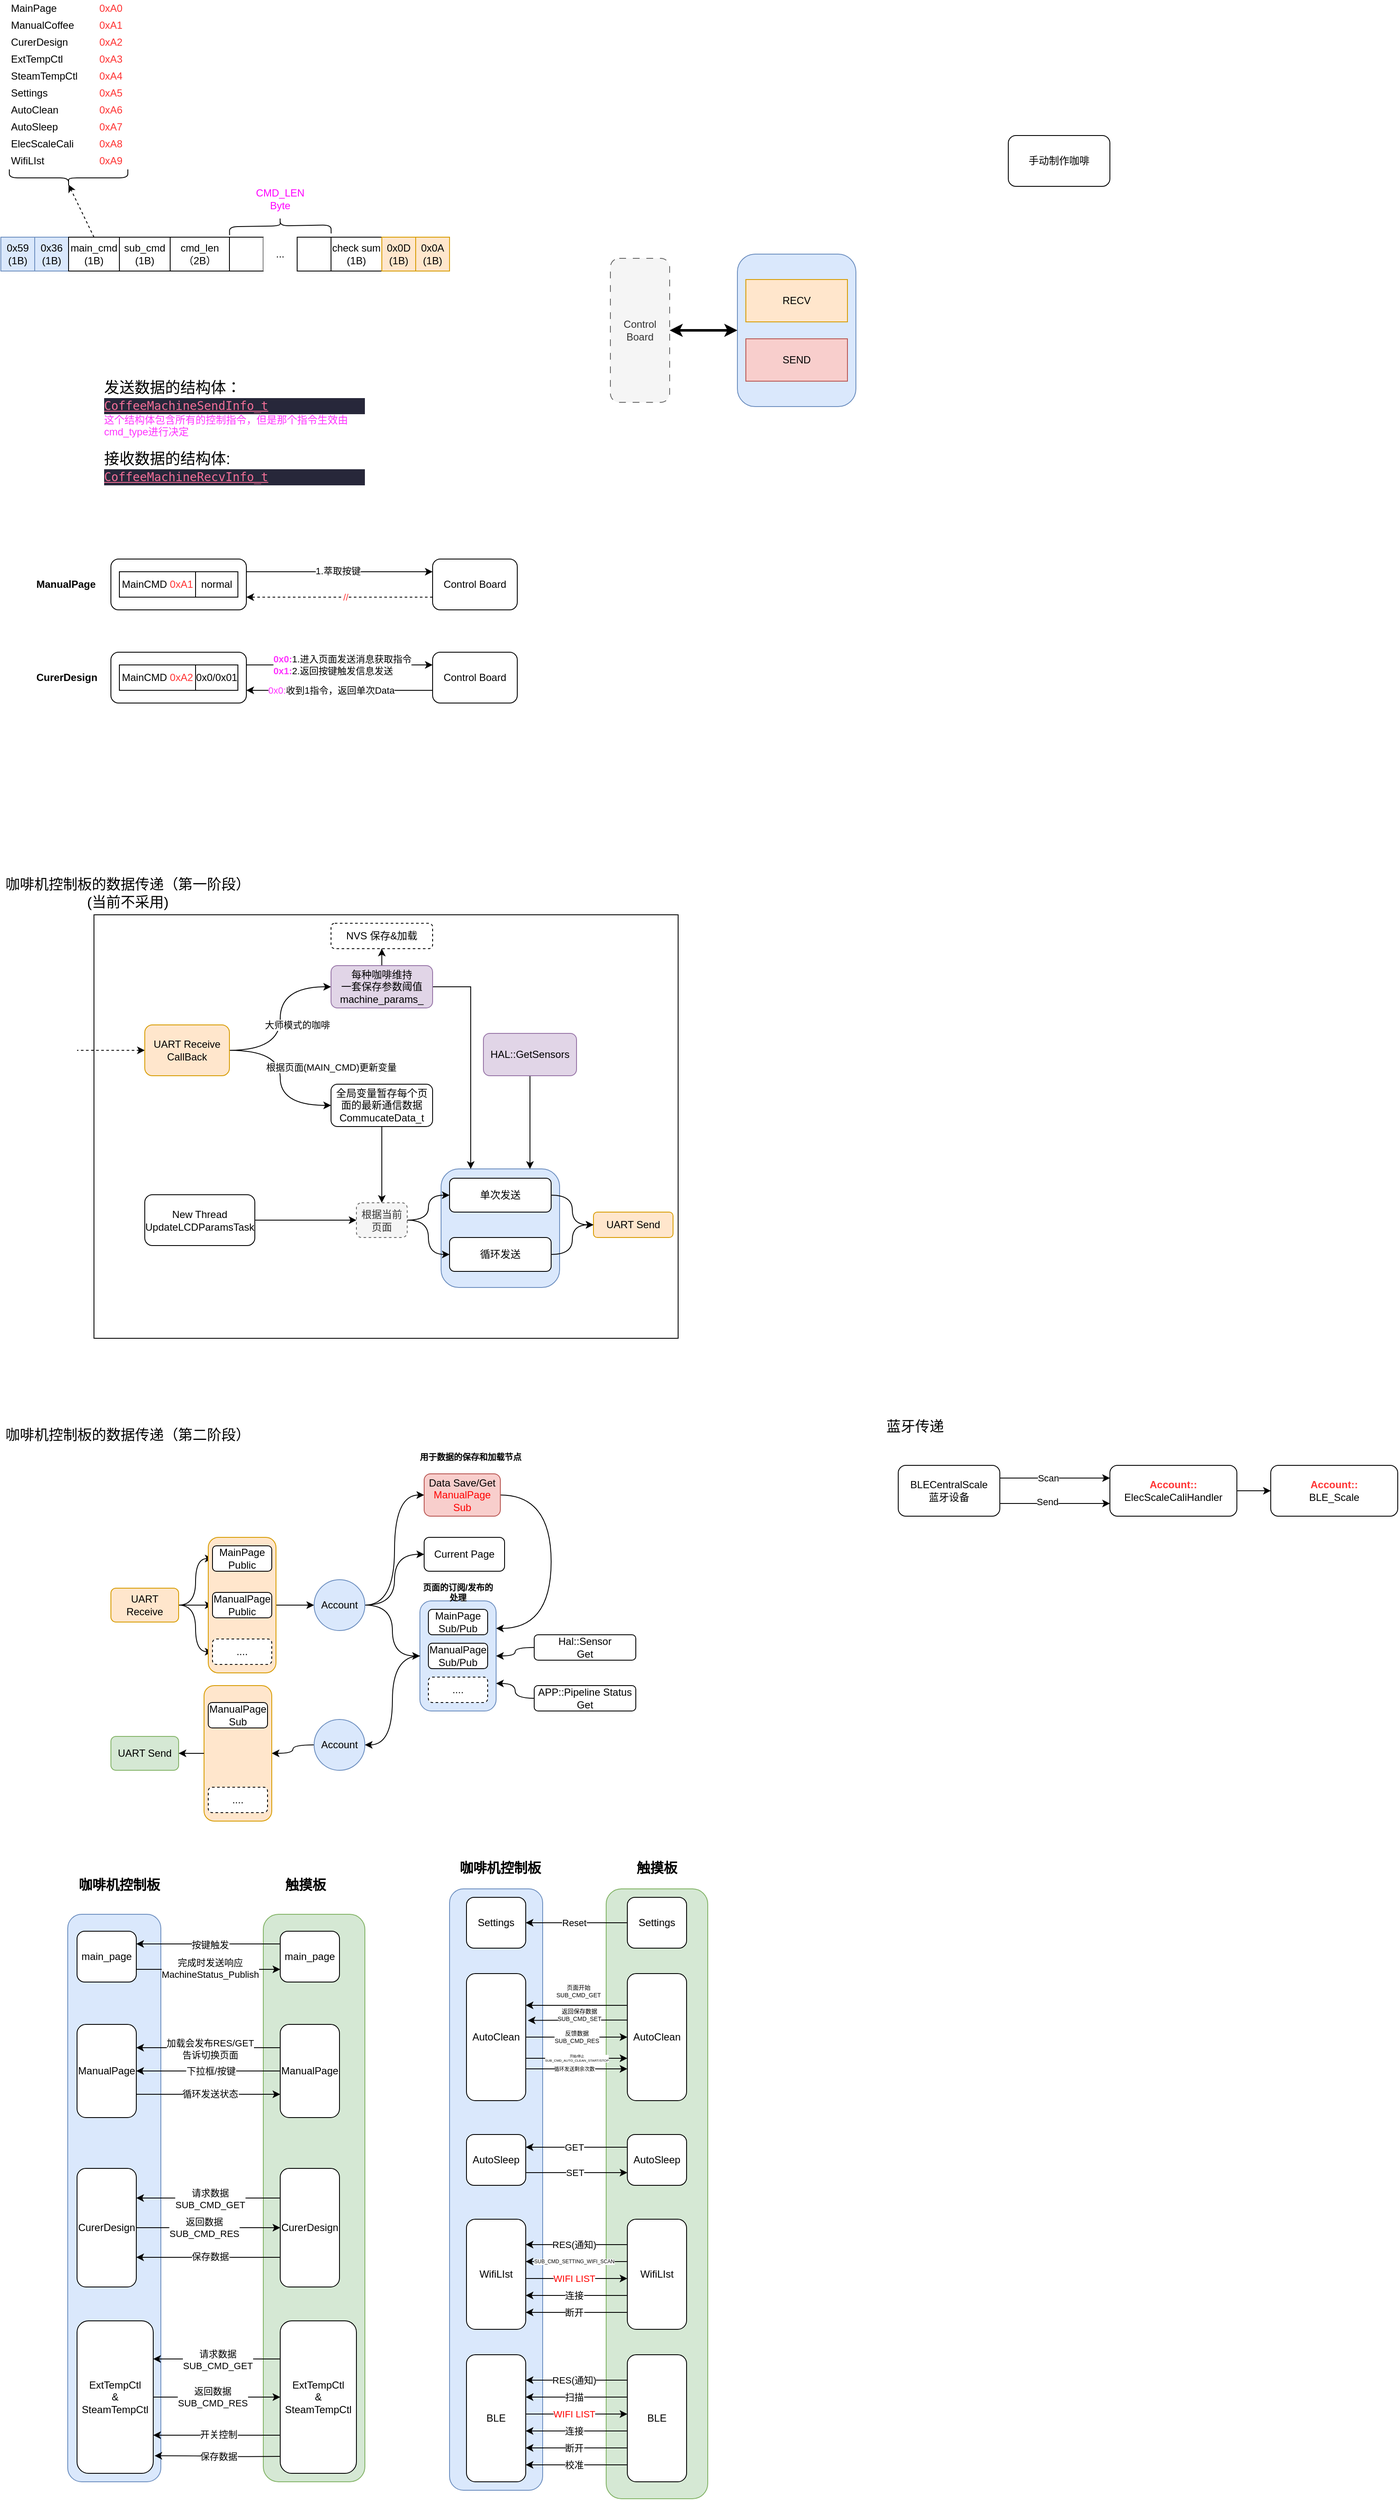
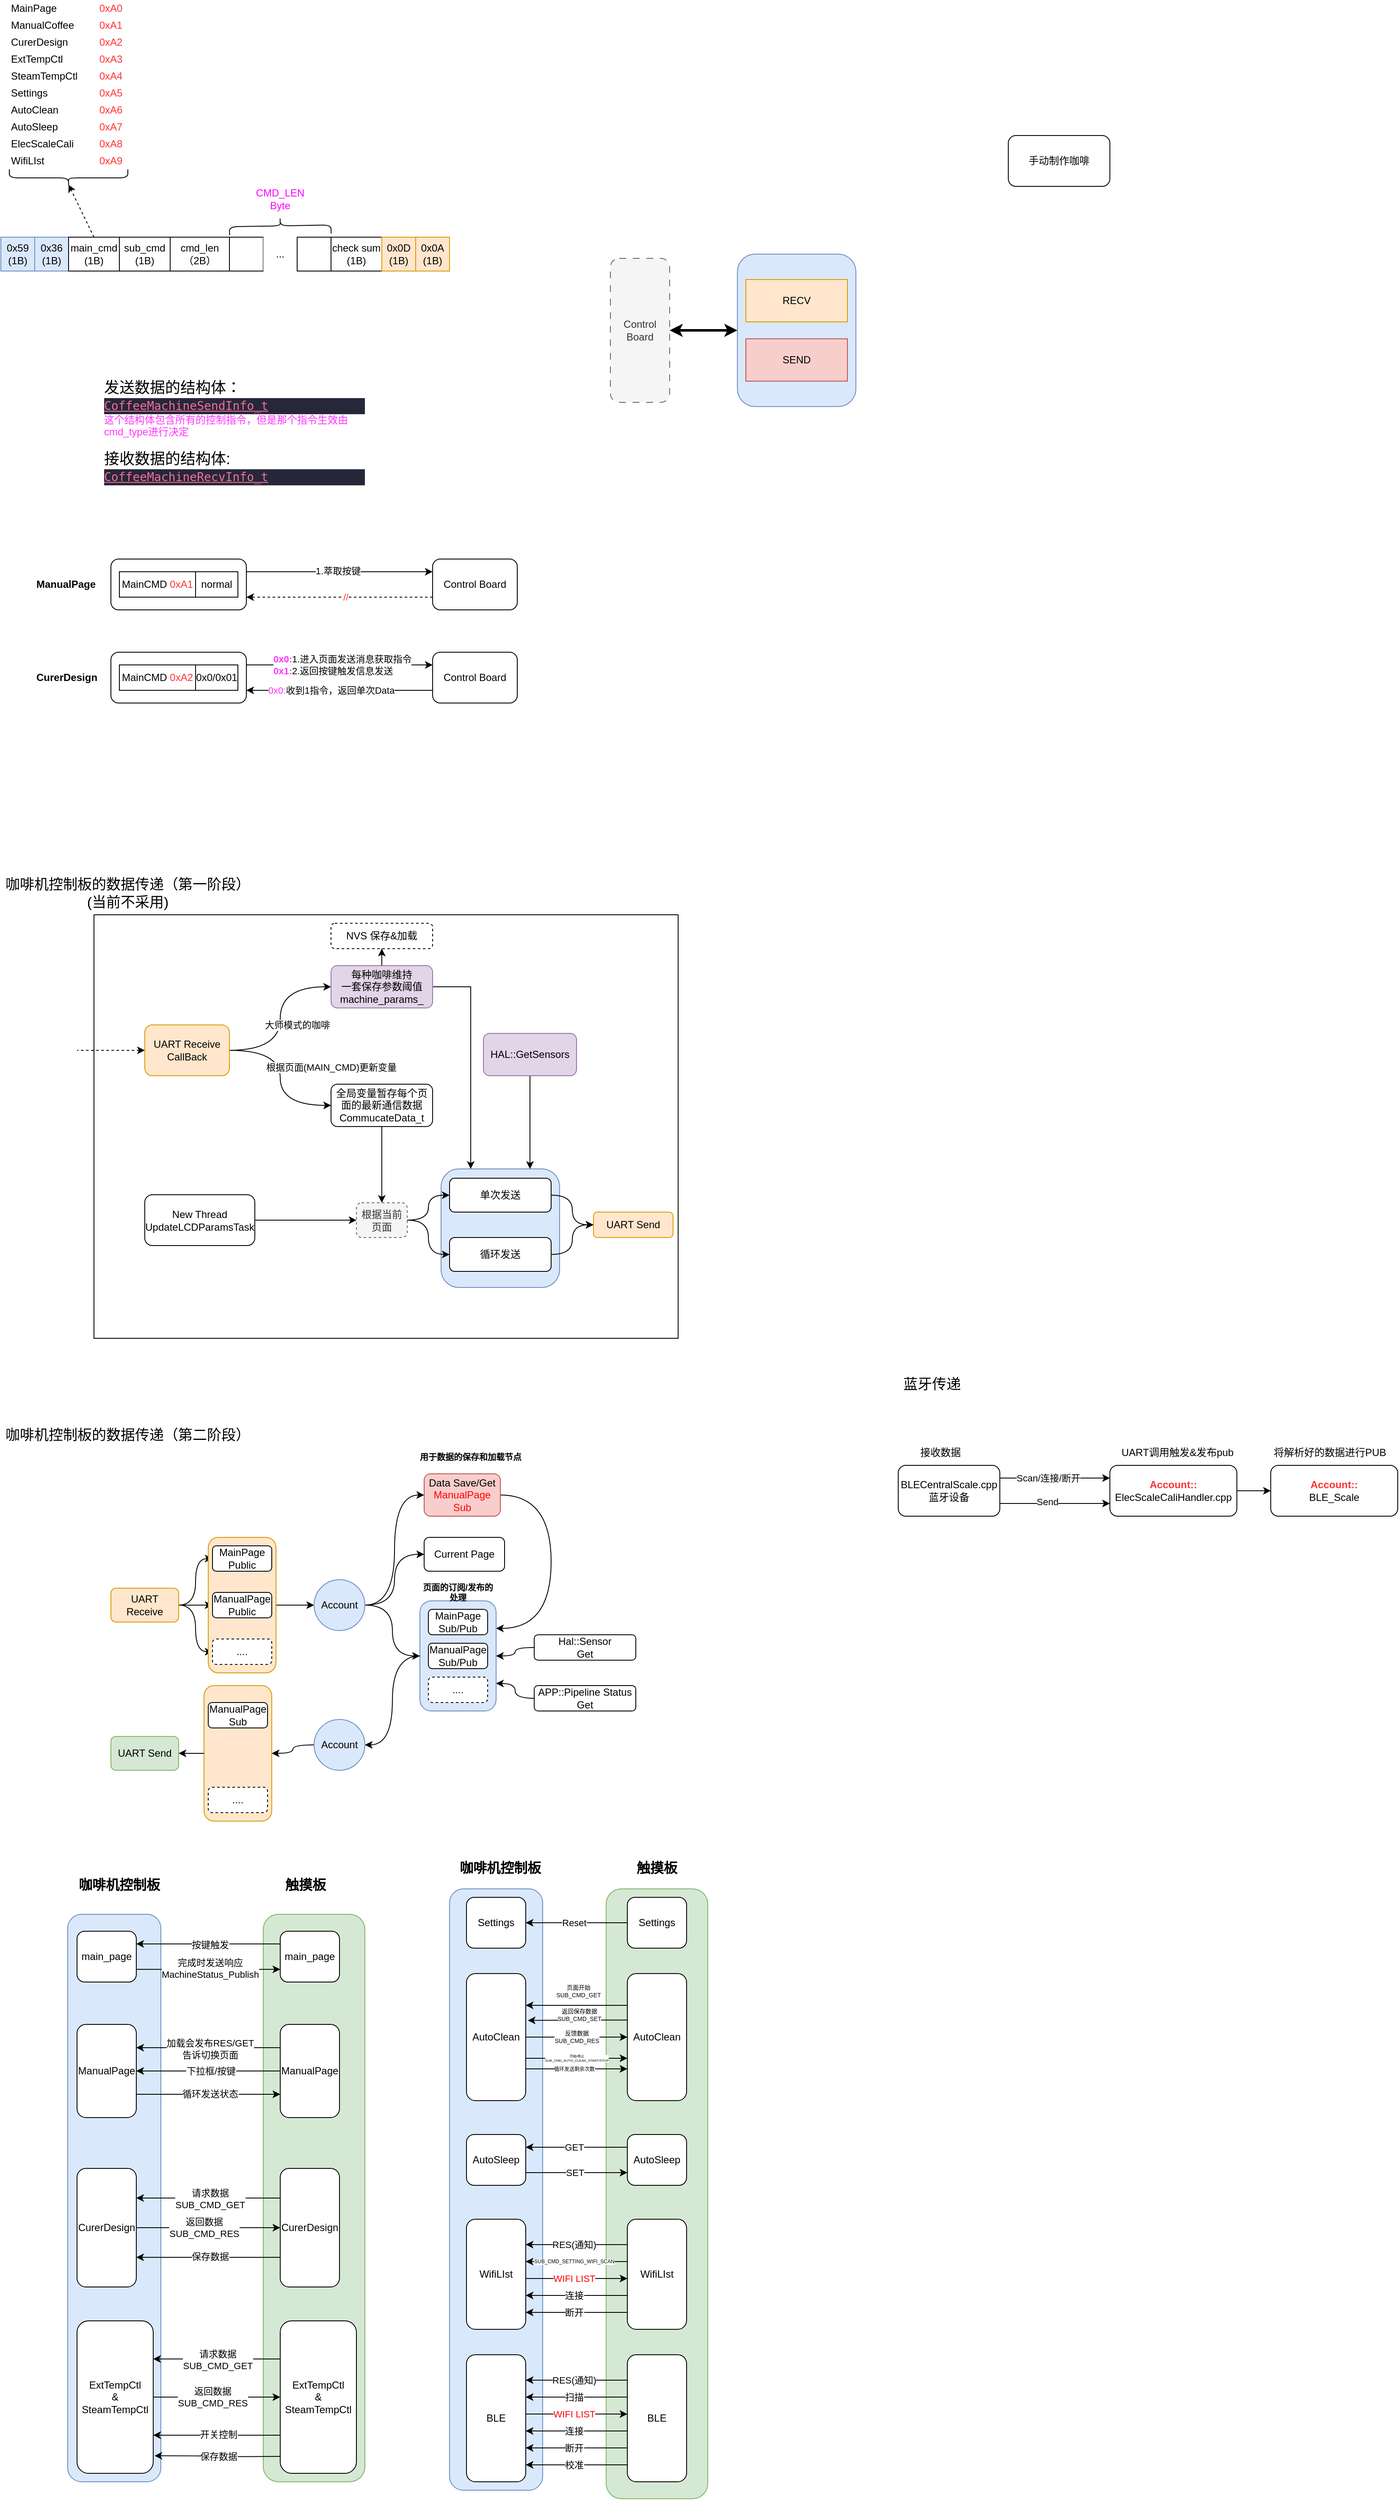
<mxfile host="app.diagrams.net" agent="Mozilla/5.0 (X11; Linux x86_64) AppleWebKit/537.36 (KHTML, like Gecko) Chrome/140.0.0.0 Safari/537.36" version="29.6.0">
  <diagram name="第 1 页" id="YS_H6mL25fh3fKIpdfkU">
-     <mxGraphModel dx="1141" dy="633" grid="1" gridSize="10" guides="1" tooltips="1" connect="1" arrows="1" fold="1" page="1" pageScale="1" pageWidth="2339" pageHeight="3300" math="0" shadow="0">
+     <mxGraphModel dx="663" dy="368" grid="1" gridSize="10" guides="1" tooltips="1" connect="1" arrows="1" fold="1" page="1" pageScale="1" pageWidth="2339" pageHeight="3300" math="0" shadow="0">
      <root>
        <mxCell id="0" />
        <mxCell id="1" parent="0" />
        <mxCell id="So0UA55S36cV1F2LpzZS-79" parent="1" style="rounded=1;whiteSpace=wrap;html=1;fillColor=#dae8fc;strokeColor=#6c8ebf;" value="" vertex="1">
          <mxGeometry height="710" width="110" x="540" y="2430" as="geometry" />
        </mxCell>
        <mxCell id="So0UA55S36cV1F2LpzZS-78" parent="1" style="rounded=1;whiteSpace=wrap;html=1;fillColor=#d5e8d4;strokeColor=#82b366;" value="" vertex="1">
          <mxGeometry height="720" width="120" x="725" y="2430" as="geometry" />
        </mxCell>
        <mxCell id="So0UA55S36cV1F2LpzZS-27" parent="1" style="rounded=1;whiteSpace=wrap;html=1;fillColor=#d5e8d4;strokeColor=#82b366;" value="" vertex="1">
          <mxGeometry height="670" width="120" x="320" y="2460" as="geometry" />
        </mxCell>
        <mxCell id="So0UA55S36cV1F2LpzZS-26" parent="1" style="rounded=1;whiteSpace=wrap;html=1;fillColor=#dae8fc;strokeColor=#6c8ebf;" value="" vertex="1">
          <mxGeometry height="670" width="110" x="89" y="2460" as="geometry" />
        </mxCell>
        <mxCell id="2UAaex6_is9iRHGtf3RM-1" parent="1" style="rounded=0;whiteSpace=wrap;html=1;" value="" vertex="1">
          <mxGeometry height="500" width="690" x="120" y="1280" as="geometry" />
        </mxCell>
        <mxCell id="QHgMQiRaE8kp91t9TFko-46" edge="1" parent="1" source="QHgMQiRaE8kp91t9TFko-44" style="edgeStyle=orthogonalEdgeStyle;curved=1;rounded=0;orthogonalLoop=1;jettySize=auto;html=1;exitX=1;exitY=0.5;exitDx=0;exitDy=0;entryX=0;entryY=0.5;entryDx=0;entryDy=0;" target="QHgMQiRaE8kp91t9TFko-20">
          <mxGeometry relative="1" as="geometry" />
        </mxCell>
        <mxCell id="QHgMQiRaE8kp91t9TFko-8" parent="1" style="rounded=1;whiteSpace=wrap;html=1;fillColor=#dae8fc;strokeColor=#6c8ebf;" value="" vertex="1">
          <mxGeometry height="140" width="140" x="530" y="1580" as="geometry" />
        </mxCell>
        <mxCell id="LW7SI0gk3JkEk94tFt96-5" edge="1" parent="1" source="LW7SI0gk3JkEk94tFt96-3" style="edgeStyle=orthogonalEdgeStyle;rounded=0;orthogonalLoop=1;jettySize=auto;html=1;exitX=1;exitY=0.25;exitDx=0;exitDy=0;entryX=0;entryY=0.25;entryDx=0;entryDy=0;" target="LW7SI0gk3JkEk94tFt96-4">
          <mxGeometry relative="1" as="geometry" />
        </mxCell>
        <mxCell id="LW7SI0gk3JkEk94tFt96-7" connectable="0" parent="LW7SI0gk3JkEk94tFt96-5" style="edgeLabel;html=1;align=center;verticalAlign=middle;resizable=0;points=[];" value="1.萃取按键" vertex="1">
          <mxGeometry relative="1" x="-0.0226" y="1" as="geometry">
            <mxPoint as="offset" />
          </mxGeometry>
        </mxCell>
        <mxCell id="LW7SI0gk3JkEk94tFt96-3" parent="1" style="rounded=1;whiteSpace=wrap;html=1;" value="" vertex="1">
          <mxGeometry height="60" width="160" x="140" y="860" as="geometry" />
        </mxCell>
        <mxCell id="E0zu7Y5M0wVkiJI-4bCJ-4" parent="1" style="rounded=1;whiteSpace=wrap;html=1;fillColor=#dae8fc;strokeColor=#6c8ebf;" value="" vertex="1">
          <mxGeometry height="180" width="140" x="880" y="500" as="geometry" />
        </mxCell>
        <mxCell id="ZfkO5bAba6AxOlsboeHB-1" parent="1" style="rounded=0;whiteSpace=wrap;html=1;fillColor=#dae8fc;strokeColor=#6c8ebf;" value="0x59&lt;br&gt;(1B)" vertex="1">
          <mxGeometry height="40" width="40" x="10" y="480" as="geometry" />
        </mxCell>
        <mxCell id="ZfkO5bAba6AxOlsboeHB-2" parent="1" style="rounded=0;whiteSpace=wrap;html=1;fillColor=#dae8fc;strokeColor=#6c8ebf;" value="0x36&lt;br&gt;(1B)" vertex="1">
          <mxGeometry height="40" width="40" x="50" y="480" as="geometry" />
        </mxCell>
        <mxCell id="ZfkO5bAba6AxOlsboeHB-3" parent="1" style="rounded=0;whiteSpace=wrap;html=1;" value="cmd_len&lt;br&gt;（2B）" vertex="1">
          <mxGeometry height="40" width="70" x="210" y="480" as="geometry" />
        </mxCell>
        <mxCell id="wmODB4DJ2BbZmpBUl9iy-1" parent="1" style="rounded=0;whiteSpace=wrap;html=1;" value="sub_cmd&lt;br&gt;(1B)" vertex="1">
          <mxGeometry height="40" width="60" x="150" y="480" as="geometry" />
        </mxCell>
        <mxCell id="wmODB4DJ2BbZmpBUl9iy-3" parent="1" style="rounded=0;whiteSpace=wrap;html=1;" value="" vertex="1">
          <mxGeometry height="40" width="40" x="280" y="480" as="geometry" />
        </mxCell>
        <mxCell id="wmODB4DJ2BbZmpBUl9iy-4" parent="1" style="rounded=0;whiteSpace=wrap;html=1;gradientColor=none;strokeColor=none;" value="..." vertex="1">
          <mxGeometry height="40" width="40" x="320" y="480" as="geometry" />
        </mxCell>
        <mxCell id="wmODB4DJ2BbZmpBUl9iy-5" parent="1" style="rounded=0;whiteSpace=wrap;html=1;" value="" vertex="1">
          <mxGeometry height="40" width="40" x="360" y="480" as="geometry" />
        </mxCell>
        <mxCell id="wmODB4DJ2BbZmpBUl9iy-6" parent="1" style="rounded=0;whiteSpace=wrap;html=1;" value="check sum&lt;br&gt;(1B)" vertex="1">
          <mxGeometry height="40" width="60" x="400" y="480" as="geometry" />
        </mxCell>
        <mxCell id="wmODB4DJ2BbZmpBUl9iy-7" parent="1" style="shape=curlyBracket;whiteSpace=wrap;html=1;rounded=1;labelPosition=left;verticalLabelPosition=middle;align=right;verticalAlign=middle;rotation=89;" value="" vertex="1">
          <mxGeometry height="120" width="20" x="330" y="406.65" as="geometry" />
        </mxCell>
        <mxCell id="wmODB4DJ2BbZmpBUl9iy-8" parent="1" style="text;html=1;whiteSpace=wrap;strokeColor=none;fillColor=none;align=center;verticalAlign=middle;rounded=0;fontColor=#FF00FF;" value="CMD_LEN Byte" vertex="1">
          <mxGeometry height="30" width="60" x="310" y="420" as="geometry" />
        </mxCell>
        <mxCell id="wmODB4DJ2BbZmpBUl9iy-9" parent="1" style="rounded=0;whiteSpace=wrap;html=1;fillColor=#ffe6cc;strokeColor=#d79b00;" value="0x0D&lt;br&gt;(1B)" vertex="1">
          <mxGeometry height="40" width="40" x="460" y="480" as="geometry" />
        </mxCell>
        <mxCell id="wmODB4DJ2BbZmpBUl9iy-10" parent="1" style="rounded=0;whiteSpace=wrap;html=1;fillColor=#ffe6cc;strokeColor=#d79b00;" value="0x0A&lt;br&gt;(1B)" vertex="1">
          <mxGeometry height="40" width="40" x="500" y="480" as="geometry" />
        </mxCell>
        <mxCell id="E0zu7Y5M0wVkiJI-4bCJ-1" parent="1" style="text;html=1;whiteSpace=wrap;strokeColor=none;fillColor=none;align=left;verticalAlign=middle;rounded=0;" value="&lt;font style=&quot;font-size: 18px;&quot;&gt;发送数据的结构体：&lt;/font&gt;&lt;br&gt;&lt;div style=&quot;color: rgb(252, 246, 255); background-color: rgb(39, 39, 58); font-family: &amp;quot;Droid Sans Mono&amp;quot;, &amp;quot;monospace&amp;quot;, monospace; font-size: 14px; line-height: 19px; white-space: pre;&quot;&gt;&lt;span style=&quot;color: rgb(243, 111, 152); text-decoration-line: underline;&quot;&gt;CoffeeMachineSendInfo_t&lt;/span&gt;&lt;/div&gt;&lt;font style=&quot;color: rgb(255, 51, 255);&quot;&gt;这个结构体包含所有的控制指令，但是那个指令生效由cmd_type进行决定&lt;/font&gt;&lt;br&gt;&lt;br&gt;&lt;font style=&quot;font-size: 18px;&quot;&gt;接收数据的结构体:&lt;/font&gt;&lt;br&gt;&lt;div style=&quot;color: rgb(252, 246, 255); background-color: rgb(39, 39, 58); font-family: &amp;quot;Droid Sans Mono&amp;quot;, &amp;quot;monospace&amp;quot;, monospace; font-size: 14px; line-height: 19px; white-space: pre;&quot;&gt;&lt;span style=&quot;color: rgb(243, 111, 152); text-decoration-line: underline;&quot;&gt;CoffeeMachineRecvInfo_t&lt;/span&gt;&lt;/div&gt;" vertex="1">
          <mxGeometry height="200" width="310" x="130" y="610" as="geometry" />
        </mxCell>
        <mxCell id="E0zu7Y5M0wVkiJI-4bCJ-2" parent="1" style="rounded=0;whiteSpace=wrap;html=1;fillColor=#ffe6cc;strokeColor=#d79b00;" value="RECV" vertex="1">
          <mxGeometry height="50" width="120" x="890" y="530" as="geometry" />
        </mxCell>
        <mxCell id="E0zu7Y5M0wVkiJI-4bCJ-3" parent="1" style="rounded=0;whiteSpace=wrap;html=1;fillColor=#f8cecc;strokeColor=#b85450;" value="SEND" vertex="1">
          <mxGeometry height="50" width="120" x="890" y="600" as="geometry" />
        </mxCell>
        <mxCell id="E0zu7Y5M0wVkiJI-4bCJ-6" edge="1" parent="1" source="E0zu7Y5M0wVkiJI-4bCJ-5" style="edgeStyle=orthogonalEdgeStyle;rounded=0;orthogonalLoop=1;jettySize=auto;html=1;exitX=1;exitY=0.5;exitDx=0;exitDy=0;entryX=0;entryY=0.5;entryDx=0;entryDy=0;startArrow=classic;startFill=1;strokeWidth=3;" target="E0zu7Y5M0wVkiJI-4bCJ-4">
          <mxGeometry relative="1" as="geometry" />
        </mxCell>
        <mxCell id="E0zu7Y5M0wVkiJI-4bCJ-5" parent="1" style="rounded=1;whiteSpace=wrap;html=1;rotation=0;dashed=1;dashPattern=8 8;fillColor=#f5f5f5;fontColor=#333333;strokeColor=#666666;" value="Control Board" vertex="1">
          <mxGeometry height="170" width="70" x="730" y="505" as="geometry" />
        </mxCell>
        <mxCell id="E0zu7Y5M0wVkiJI-4bCJ-7" parent="1" style="rounded=1;whiteSpace=wrap;html=1;" value="手动制作咖啡" vertex="1">
          <mxGeometry height="60" width="120" x="1200" y="360" as="geometry" />
        </mxCell>
        <mxCell id="E0zu7Y5M0wVkiJI-4bCJ-13" parent="1" style="rounded=0;whiteSpace=wrap;html=1;" value="main_cmd&lt;br&gt;(1B)" vertex="1">
          <mxGeometry height="40" width="60" x="90" y="480" as="geometry" />
        </mxCell>
        <mxCell id="E0zu7Y5M0wVkiJI-4bCJ-14" parent="1" style="text;html=1;whiteSpace=wrap;strokeColor=none;fillColor=none;align=left;verticalAlign=middle;rounded=0;" value="MainPage" vertex="1">
          <mxGeometry height="20" width="60" x="20" y="200" as="geometry" />
        </mxCell>
        <mxCell id="E0zu7Y5M0wVkiJI-4bCJ-15" parent="1" style="text;html=1;whiteSpace=wrap;strokeColor=none;fillColor=none;align=left;verticalAlign=middle;rounded=0;" value="ManualCoffee" vertex="1">
          <mxGeometry height="20" width="80" x="20" y="220" as="geometry" />
        </mxCell>
        <mxCell id="E0zu7Y5M0wVkiJI-4bCJ-16" parent="1" style="text;html=1;whiteSpace=wrap;strokeColor=none;fillColor=none;align=left;verticalAlign=middle;rounded=0;" value="CurerDesign" vertex="1">
          <mxGeometry height="20" width="70" x="20" y="240" as="geometry" />
        </mxCell>
        <mxCell id="E0zu7Y5M0wVkiJI-4bCJ-17" parent="1" style="text;html=1;whiteSpace=wrap;strokeColor=none;fillColor=none;align=left;verticalAlign=middle;rounded=0;" value="ExtTempCtl" vertex="1">
          <mxGeometry height="20" width="70" x="20" y="260" as="geometry" />
        </mxCell>
        <mxCell id="E0zu7Y5M0wVkiJI-4bCJ-18" parent="1" style="text;html=1;whiteSpace=wrap;strokeColor=none;fillColor=none;align=left;verticalAlign=middle;rounded=0;" value="SteamTempCtl" vertex="1">
          <mxGeometry height="20" width="80" x="20" y="280" as="geometry" />
        </mxCell>
        <mxCell id="E0zu7Y5M0wVkiJI-4bCJ-19" parent="1" style="text;html=1;whiteSpace=wrap;strokeColor=none;fillColor=none;align=left;verticalAlign=middle;rounded=0;" value="Settings" vertex="1">
          <mxGeometry height="20" width="80" x="20" y="300" as="geometry" />
        </mxCell>
        <mxCell id="E0zu7Y5M0wVkiJI-4bCJ-20" parent="1" style="text;html=1;whiteSpace=wrap;strokeColor=none;fillColor=none;align=left;verticalAlign=middle;rounded=0;" value="AutoClean" vertex="1">
          <mxGeometry height="20" width="80" x="20" y="320" as="geometry" />
        </mxCell>
        <mxCell id="E0zu7Y5M0wVkiJI-4bCJ-21" parent="1" style="text;html=1;whiteSpace=wrap;strokeColor=none;fillColor=none;align=left;verticalAlign=middle;rounded=0;" value="AutoSleep" vertex="1">
          <mxGeometry height="20" width="80" x="20" y="340" as="geometry" />
        </mxCell>
        <mxCell id="E0zu7Y5M0wVkiJI-4bCJ-22" parent="1" style="text;html=1;whiteSpace=wrap;strokeColor=none;fillColor=none;align=left;verticalAlign=middle;rounded=0;" value="WifiLIst" vertex="1">
          <mxGeometry height="20" width="80" x="20" y="380" as="geometry" />
        </mxCell>
        <mxCell id="E0zu7Y5M0wVkiJI-4bCJ-23" parent="1" style="text;html=1;whiteSpace=wrap;strokeColor=none;fillColor=none;align=left;verticalAlign=middle;rounded=0;" value="ElecScaleCali" vertex="1">
          <mxGeometry height="20" width="80" x="20" y="360" as="geometry" />
        </mxCell>
        <mxCell id="E0zu7Y5M0wVkiJI-4bCJ-24" parent="1" style="text;html=1;whiteSpace=wrap;strokeColor=none;fillColor=none;align=center;verticalAlign=middle;rounded=0;fontColor=#FF3333;" value="0xA0" vertex="1">
          <mxGeometry height="15" width="60" x="110" y="202.5" as="geometry" />
        </mxCell>
        <mxCell id="E0zu7Y5M0wVkiJI-4bCJ-25" parent="1" style="text;html=1;whiteSpace=wrap;strokeColor=none;fillColor=none;align=center;verticalAlign=middle;rounded=0;fontColor=#FF3333;" value="0xA1" vertex="1">
          <mxGeometry height="15" width="60" x="110" y="222.5" as="geometry" />
        </mxCell>
        <mxCell id="E0zu7Y5M0wVkiJI-4bCJ-26" parent="1" style="text;html=1;whiteSpace=wrap;strokeColor=none;fillColor=none;align=center;verticalAlign=middle;rounded=0;fontColor=#FF3333;" value="0xA2" vertex="1">
          <mxGeometry height="15" width="60" x="110" y="242.5" as="geometry" />
        </mxCell>
        <mxCell id="E0zu7Y5M0wVkiJI-4bCJ-27" parent="1" style="text;html=1;whiteSpace=wrap;strokeColor=none;fillColor=none;align=center;verticalAlign=middle;rounded=0;fontColor=#FF3333;" value="0xA3" vertex="1">
          <mxGeometry height="15" width="60" x="110" y="262.5" as="geometry" />
        </mxCell>
        <mxCell id="E0zu7Y5M0wVkiJI-4bCJ-28" parent="1" style="text;html=1;whiteSpace=wrap;strokeColor=none;fillColor=none;align=center;verticalAlign=middle;rounded=0;fontColor=#FF3333;" value="0xA4" vertex="1">
          <mxGeometry height="15" width="60" x="110" y="282.5" as="geometry" />
        </mxCell>
        <mxCell id="E0zu7Y5M0wVkiJI-4bCJ-29" parent="1" style="text;html=1;whiteSpace=wrap;strokeColor=none;fillColor=none;align=center;verticalAlign=middle;rounded=0;fontColor=#FF3333;" value="0xA5" vertex="1">
          <mxGeometry height="15" width="60" x="110" y="302.5" as="geometry" />
        </mxCell>
        <mxCell id="E0zu7Y5M0wVkiJI-4bCJ-30" parent="1" style="text;html=1;whiteSpace=wrap;strokeColor=none;fillColor=none;align=center;verticalAlign=middle;rounded=0;fontColor=#FF3333;" value="0xA6" vertex="1">
          <mxGeometry height="15" width="60" x="110" y="322.5" as="geometry" />
        </mxCell>
        <mxCell id="E0zu7Y5M0wVkiJI-4bCJ-31" parent="1" style="text;html=1;whiteSpace=wrap;strokeColor=none;fillColor=none;align=center;verticalAlign=middle;rounded=0;fontColor=#FF3333;" value="0xA7" vertex="1">
          <mxGeometry height="15" width="60" x="110" y="342.5" as="geometry" />
        </mxCell>
        <mxCell id="E0zu7Y5M0wVkiJI-4bCJ-32" parent="1" style="text;html=1;whiteSpace=wrap;strokeColor=none;fillColor=none;align=center;verticalAlign=middle;rounded=0;fontColor=#FF3333;" value="0xA8" vertex="1">
          <mxGeometry height="15" width="60" x="110" y="362.5" as="geometry" />
        </mxCell>
        <mxCell id="E0zu7Y5M0wVkiJI-4bCJ-33" parent="1" style="text;html=1;whiteSpace=wrap;strokeColor=none;fillColor=none;align=center;verticalAlign=middle;rounded=0;fontColor=#FF3333;" value="0xA9" vertex="1">
          <mxGeometry height="15" width="60" x="110" y="382.5" as="geometry" />
        </mxCell>
        <mxCell id="E0zu7Y5M0wVkiJI-4bCJ-34" parent="1" style="shape=curlyBracket;whiteSpace=wrap;html=1;rounded=1;labelPosition=left;verticalLabelPosition=middle;align=right;verticalAlign=middle;rotation=-90;" value="" vertex="1">
          <mxGeometry height="140" width="20" x="80" y="340" as="geometry" />
        </mxCell>
        <mxCell id="E0zu7Y5M0wVkiJI-4bCJ-36" edge="1" parent="1" source="E0zu7Y5M0wVkiJI-4bCJ-13" style="rounded=0;orthogonalLoop=1;jettySize=auto;html=1;exitX=0.5;exitY=0;exitDx=0;exitDy=0;entryX=0.1;entryY=0.5;entryDx=0;entryDy=0;entryPerimeter=0;dashed=1;" target="E0zu7Y5M0wVkiJI-4bCJ-34">
          <mxGeometry relative="1" as="geometry" />
        </mxCell>
        <mxCell id="E0zu7Y5M0wVkiJI-4bCJ-37" parent="1" style="text;html=1;whiteSpace=wrap;strokeColor=none;fillColor=none;align=left;verticalAlign=middle;rounded=0;fontStyle=1" value="ManualPage" vertex="1">
          <mxGeometry height="20" width="60" x="50" y="880" as="geometry" />
        </mxCell>
        <mxCell id="LW7SI0gk3JkEk94tFt96-1" parent="1" style="rounded=0;whiteSpace=wrap;html=1;" value="&lt;span style=&quot;text-align: left;&quot;&gt;MainCMD&amp;nbsp;&lt;/span&gt;&lt;span style=&quot;color: rgb(255, 51, 51);&quot;&gt;0xA1&lt;/span&gt;" vertex="1">
          <mxGeometry height="30" width="90" x="150" y="875" as="geometry" />
        </mxCell>
        <mxCell id="LW7SI0gk3JkEk94tFt96-2" parent="1" style="rounded=0;whiteSpace=wrap;html=1;" value="&lt;div style=&quot;text-align: left;&quot;&gt;normal&lt;/div&gt;" vertex="1">
          <mxGeometry height="30" width="50" x="240" y="875" as="geometry" />
        </mxCell>
        <mxCell id="LW7SI0gk3JkEk94tFt96-6" edge="1" parent="1" source="LW7SI0gk3JkEk94tFt96-4" style="edgeStyle=orthogonalEdgeStyle;rounded=0;orthogonalLoop=1;jettySize=auto;html=1;exitX=0;exitY=0.75;exitDx=0;exitDy=0;entryX=1;entryY=0.75;entryDx=0;entryDy=0;dashed=1;" target="LW7SI0gk3JkEk94tFt96-3">
          <mxGeometry relative="1" as="geometry" />
        </mxCell>
        <mxCell id="LW7SI0gk3JkEk94tFt96-8" connectable="0" parent="LW7SI0gk3JkEk94tFt96-6" style="edgeLabel;html=1;align=center;verticalAlign=middle;resizable=0;points=[];" value="&lt;font style=&quot;color: rgb(255, 51, 51);&quot;&gt;//&lt;/font&gt;" vertex="1">
          <mxGeometry relative="1" x="-0.0607" as="geometry">
            <mxPoint as="offset" />
          </mxGeometry>
        </mxCell>
        <mxCell id="LW7SI0gk3JkEk94tFt96-4" parent="1" style="rounded=1;whiteSpace=wrap;html=1;" value="Control Board" vertex="1">
          <mxGeometry height="60" width="100" x="520" y="860" as="geometry" />
        </mxCell>
        <mxCell id="LW7SI0gk3JkEk94tFt96-9" edge="1" parent="1" source="LW7SI0gk3JkEk94tFt96-11" style="edgeStyle=orthogonalEdgeStyle;rounded=0;orthogonalLoop=1;jettySize=auto;html=1;exitX=1;exitY=0.25;exitDx=0;exitDy=0;entryX=0;entryY=0.25;entryDx=0;entryDy=0;" target="LW7SI0gk3JkEk94tFt96-17">
          <mxGeometry relative="1" as="geometry" />
        </mxCell>
        <mxCell id="LW7SI0gk3JkEk94tFt96-10" connectable="0" parent="LW7SI0gk3JkEk94tFt96-9" style="edgeLabel;html=1;align=left;verticalAlign=middle;resizable=0;points=[];" value="&lt;b&gt;&lt;font style=&quot;color: rgb(255, 51, 255);&quot;&gt;0x0:&lt;/font&gt;&lt;/b&gt;1.进入页面发送消息获取指令&lt;br&gt;&lt;b&gt;&lt;font style=&quot;color: rgb(255, 51, 255);&quot;&gt;0x1:&lt;/font&gt;&lt;/b&gt;2.返回按键触发信息发送" vertex="1">
          <mxGeometry relative="1" x="-0.0226" y="1" as="geometry">
            <mxPoint x="-78" y="1" as="offset" />
          </mxGeometry>
        </mxCell>
        <mxCell id="LW7SI0gk3JkEk94tFt96-11" parent="1" style="rounded=1;whiteSpace=wrap;html=1;" value="" vertex="1">
          <mxGeometry height="60" width="160" x="140" y="970" as="geometry" />
        </mxCell>
        <mxCell id="LW7SI0gk3JkEk94tFt96-12" parent="1" style="text;html=1;whiteSpace=wrap;strokeColor=none;fillColor=none;align=left;verticalAlign=middle;rounded=0;fontStyle=1" value="CurerDesign" vertex="1">
          <mxGeometry height="20" width="60" x="50" y="990" as="geometry" />
        </mxCell>
        <mxCell id="LW7SI0gk3JkEk94tFt96-13" parent="1" style="rounded=0;whiteSpace=wrap;html=1;" value="&lt;span style=&quot;text-align: left;&quot;&gt;MainCMD&amp;nbsp;&lt;/span&gt;&lt;span style=&quot;color: rgb(255, 51, 51);&quot;&gt;0xA2&lt;/span&gt;" vertex="1">
          <mxGeometry height="30" width="90" x="150" y="985" as="geometry" />
        </mxCell>
        <mxCell id="LW7SI0gk3JkEk94tFt96-14" parent="1" style="rounded=0;whiteSpace=wrap;html=1;" value="&lt;div style=&quot;text-align: left;&quot;&gt;0x0/0x01&lt;/div&gt;" vertex="1">
          <mxGeometry height="30" width="50" x="240" y="985" as="geometry" />
        </mxCell>
        <mxCell id="LW7SI0gk3JkEk94tFt96-15" edge="1" parent="1" source="LW7SI0gk3JkEk94tFt96-17" style="edgeStyle=orthogonalEdgeStyle;rounded=0;orthogonalLoop=1;jettySize=auto;html=1;exitX=0;exitY=0.75;exitDx=0;exitDy=0;entryX=1;entryY=0.75;entryDx=0;entryDy=0;" target="LW7SI0gk3JkEk94tFt96-11">
          <mxGeometry relative="1" as="geometry" />
        </mxCell>
        <mxCell id="LW7SI0gk3JkEk94tFt96-20" connectable="0" parent="LW7SI0gk3JkEk94tFt96-15" style="edgeLabel;html=1;align=center;verticalAlign=middle;resizable=0;points=[];" value="&lt;font style=&quot;color: rgb(255, 51, 255);&quot;&gt;0x0:&lt;/font&gt;收到1指令，返回单次Data" vertex="1">
          <mxGeometry relative="1" x="0.2375" y="-1" as="geometry">
            <mxPoint x="16" y="1" as="offset" />
          </mxGeometry>
        </mxCell>
        <mxCell id="LW7SI0gk3JkEk94tFt96-17" parent="1" style="rounded=1;whiteSpace=wrap;html=1;" value="Control Board" vertex="1">
          <mxGeometry height="60" width="100" x="520" y="970" as="geometry" />
        </mxCell>
        <mxCell id="J33PR6cPvQYWGb48CCDG-5" edge="1" parent="1" source="J33PR6cPvQYWGb48CCDG-1" style="edgeStyle=orthogonalEdgeStyle;rounded=0;orthogonalLoop=1;jettySize=auto;html=1;exitX=0;exitY=0.5;exitDx=0;exitDy=0;startArrow=classic;startFill=1;endArrow=none;endFill=0;dashed=1;">
          <mxGeometry relative="1" as="geometry">
            <Array as="points">
              <mxPoint x="100" y="1440" />
            </Array>
            <mxPoint x="100" y="1440" as="targetPoint" />
          </mxGeometry>
        </mxCell>
        <mxCell id="J33PR6cPvQYWGb48CCDG-8" edge="1" parent="1" source="J33PR6cPvQYWGb48CCDG-1" style="edgeStyle=orthogonalEdgeStyle;rounded=0;orthogonalLoop=1;jettySize=auto;html=1;exitX=1;exitY=0.5;exitDx=0;exitDy=0;entryX=0;entryY=0.5;entryDx=0;entryDy=0;curved=1;" target="J33PR6cPvQYWGb48CCDG-7">
          <mxGeometry relative="1" as="geometry" />
        </mxCell>
        <mxCell id="J33PR6cPvQYWGb48CCDG-9" connectable="0" parent="J33PR6cPvQYWGb48CCDG-8" style="edgeLabel;html=1;align=center;verticalAlign=middle;resizable=0;points=[];" value="根据页面(MAIN_CMD)更新变量" vertex="1">
          <mxGeometry relative="1" x="0.0044" y="-3" as="geometry">
            <mxPoint x="63" y="-13" as="offset" />
          </mxGeometry>
        </mxCell>
        <mxCell id="J33PR6cPvQYWGb48CCDG-11" edge="1" parent="1" source="J33PR6cPvQYWGb48CCDG-1" style="edgeStyle=orthogonalEdgeStyle;rounded=0;orthogonalLoop=1;jettySize=auto;html=1;exitX=1;exitY=0.5;exitDx=0;exitDy=0;entryX=0;entryY=0.5;entryDx=0;entryDy=0;curved=1;" target="J33PR6cPvQYWGb48CCDG-10">
          <mxGeometry relative="1" as="geometry" />
        </mxCell>
        <mxCell id="J33PR6cPvQYWGb48CCDG-12" connectable="0" parent="J33PR6cPvQYWGb48CCDG-11" style="edgeLabel;html=1;align=center;verticalAlign=middle;resizable=0;points=[];" value="大师模式的咖啡" vertex="1">
          <mxGeometry relative="1" x="-0.0542" y="-3" as="geometry">
            <mxPoint x="17" y="2" as="offset" />
          </mxGeometry>
        </mxCell>
        <mxCell id="J33PR6cPvQYWGb48CCDG-1" parent="1" style="rounded=1;whiteSpace=wrap;html=1;fillColor=#ffe6cc;strokeColor=#d79b00;" value="UART Receive&lt;br&gt;CallBack" vertex="1">
          <mxGeometry height="60" width="100" x="180" y="1410" as="geometry" />
        </mxCell>
        <mxCell id="J33PR6cPvQYWGb48CCDG-2" parent="1" style="text;html=1;whiteSpace=wrap;strokeColor=none;fillColor=none;align=center;verticalAlign=middle;rounded=0;fontSize=17;" value="咖啡机控制板的数据传递（第一阶段）(当前不采用&lt;span style=&quot;background-color: transparent; color: light-dark(rgb(0, 0, 0), rgb(255, 255, 255));&quot;&gt;)&lt;/span&gt;" vertex="1">
          <mxGeometry height="30" width="300" x="10" y="1240" as="geometry" />
        </mxCell>
        <mxCell id="J33PR6cPvQYWGb48CCDG-4" parent="1" style="rounded=1;whiteSpace=wrap;html=1;fillColor=#ffe6cc;strokeColor=#d79b00;" value="UART Send" vertex="1">
          <mxGeometry height="30" width="94" x="710" y="1631" as="geometry" />
        </mxCell>
        <mxCell id="QHgMQiRaE8kp91t9TFko-12" edge="1" parent="1" source="J33PR6cPvQYWGb48CCDG-7" style="edgeStyle=orthogonalEdgeStyle;rounded=0;orthogonalLoop=1;jettySize=auto;html=1;exitX=0.5;exitY=1;exitDx=0;exitDy=0;entryX=0.5;entryY=0;entryDx=0;entryDy=0;curved=1;" target="9MY9XchGhbJzdbUOc_TD-1">
          <mxGeometry relative="1" as="geometry" />
        </mxCell>
        <mxCell id="J33PR6cPvQYWGb48CCDG-7" parent="1" style="rounded=1;whiteSpace=wrap;html=1;" value="全局变量暂存每个页面的最新通信数据&lt;br&gt;CommucateData_t" vertex="1">
          <mxGeometry height="50" width="120" x="400" y="1480" as="geometry" />
        </mxCell>
        <mxCell id="J33PR6cPvQYWGb48CCDG-14" edge="1" parent="1" source="J33PR6cPvQYWGb48CCDG-10" style="edgeStyle=orthogonalEdgeStyle;rounded=0;orthogonalLoop=1;jettySize=auto;html=1;" target="J33PR6cPvQYWGb48CCDG-13" value="">
          <mxGeometry relative="1" as="geometry" />
        </mxCell>
        <mxCell id="QHgMQiRaE8kp91t9TFko-15" edge="1" parent="1" source="J33PR6cPvQYWGb48CCDG-10" style="edgeStyle=orthogonalEdgeStyle;rounded=0;orthogonalLoop=1;jettySize=auto;html=1;exitX=1;exitY=0.5;exitDx=0;exitDy=0;entryX=0.25;entryY=0;entryDx=0;entryDy=0;" target="QHgMQiRaE8kp91t9TFko-8">
          <mxGeometry relative="1" as="geometry" />
        </mxCell>
        <mxCell id="J33PR6cPvQYWGb48CCDG-10" parent="1" style="rounded=1;whiteSpace=wrap;html=1;fillColor=#e1d5e7;strokeColor=#9673a6;" value="每种咖啡维持&lt;br&gt;一套保存参数阈值&lt;br&gt;machine_params_" vertex="1">
          <mxGeometry height="50" width="120" x="400" y="1340" as="geometry" />
        </mxCell>
        <mxCell id="J33PR6cPvQYWGb48CCDG-13" parent="1" style="whiteSpace=wrap;html=1;rounded=1;dashed=1;" value="NVS 保存&amp;amp;加载" vertex="1">
          <mxGeometry height="30" width="120" x="400" y="1290" as="geometry" />
        </mxCell>
        <mxCell id="QHgMQiRaE8kp91t9TFko-3" edge="1" parent="1" source="9MY9XchGhbJzdbUOc_TD-1" style="edgeStyle=orthogonalEdgeStyle;rounded=0;orthogonalLoop=1;jettySize=auto;html=1;exitX=1;exitY=0.5;exitDx=0;exitDy=0;entryX=0;entryY=0.5;entryDx=0;entryDy=0;curved=1;" target="9MY9XchGhbJzdbUOc_TD-2">
          <mxGeometry relative="1" as="geometry" />
        </mxCell>
        <mxCell id="QHgMQiRaE8kp91t9TFko-4" edge="1" parent="1" source="9MY9XchGhbJzdbUOc_TD-1" style="edgeStyle=orthogonalEdgeStyle;rounded=0;orthogonalLoop=1;jettySize=auto;html=1;exitX=1;exitY=0.5;exitDx=0;exitDy=0;entryX=0;entryY=0.5;entryDx=0;entryDy=0;curved=1;" target="QHgMQiRaE8kp91t9TFko-2">
          <mxGeometry relative="1" as="geometry" />
        </mxCell>
        <mxCell id="9MY9XchGhbJzdbUOc_TD-1" parent="1" style="rounded=1;whiteSpace=wrap;html=1;dashed=1;fillColor=#f5f5f5;fontColor=#333333;strokeColor=#666666;" value="根据当前页面" vertex="1">
          <mxGeometry height="41" width="60" x="430" y="1620" as="geometry" />
        </mxCell>
        <mxCell id="QHgMQiRaE8kp91t9TFko-5" edge="1" parent="1" source="9MY9XchGhbJzdbUOc_TD-2" style="edgeStyle=orthogonalEdgeStyle;rounded=0;orthogonalLoop=1;jettySize=auto;html=1;exitX=1;exitY=0.5;exitDx=0;exitDy=0;entryX=0;entryY=0.5;entryDx=0;entryDy=0;curved=1;" target="J33PR6cPvQYWGb48CCDG-4">
          <mxGeometry relative="1" as="geometry" />
        </mxCell>
        <mxCell id="9MY9XchGhbJzdbUOc_TD-2" parent="1" style="rounded=1;whiteSpace=wrap;html=1;" value="单次发送" vertex="1">
          <mxGeometry height="40" width="120" x="540" y="1591" as="geometry" />
        </mxCell>
        <mxCell id="QHgMQiRaE8kp91t9TFko-6" edge="1" parent="1" source="QHgMQiRaE8kp91t9TFko-2" style="edgeStyle=orthogonalEdgeStyle;rounded=0;orthogonalLoop=1;jettySize=auto;html=1;exitX=1;exitY=0.5;exitDx=0;exitDy=0;entryX=0;entryY=0.5;entryDx=0;entryDy=0;curved=1;" target="J33PR6cPvQYWGb48CCDG-4">
          <mxGeometry relative="1" as="geometry" />
        </mxCell>
        <mxCell id="QHgMQiRaE8kp91t9TFko-2" parent="1" style="rounded=1;whiteSpace=wrap;html=1;" value="循环发送" vertex="1">
          <mxGeometry height="40" width="120" x="540" y="1661" as="geometry" />
        </mxCell>
        <mxCell id="QHgMQiRaE8kp91t9TFko-11" edge="1" parent="1" source="QHgMQiRaE8kp91t9TFko-10" style="edgeStyle=orthogonalEdgeStyle;rounded=0;orthogonalLoop=1;jettySize=auto;html=1;exitX=1;exitY=0.5;exitDx=0;exitDy=0;entryX=0;entryY=0.5;entryDx=0;entryDy=0;" target="9MY9XchGhbJzdbUOc_TD-1">
          <mxGeometry relative="1" as="geometry" />
        </mxCell>
        <mxCell id="QHgMQiRaE8kp91t9TFko-10" parent="1" style="rounded=1;whiteSpace=wrap;html=1;" value="New Thread&lt;br&gt;UpdateLCDParamsTask" vertex="1">
          <mxGeometry height="60" width="130" x="180" y="1610.5" as="geometry" />
        </mxCell>
        <mxCell id="QHgMQiRaE8kp91t9TFko-17" edge="1" parent="1" source="QHgMQiRaE8kp91t9TFko-13" style="edgeStyle=orthogonalEdgeStyle;rounded=0;orthogonalLoop=1;jettySize=auto;html=1;exitX=0.5;exitY=1;exitDx=0;exitDy=0;entryX=0.75;entryY=0;entryDx=0;entryDy=0;" target="QHgMQiRaE8kp91t9TFko-8">
          <mxGeometry relative="1" as="geometry" />
        </mxCell>
        <mxCell id="QHgMQiRaE8kp91t9TFko-13" parent="1" style="rounded=1;whiteSpace=wrap;html=1;fillColor=#e1d5e7;strokeColor=#9673a6;" value="HAL::GetSensors" vertex="1">
          <mxGeometry height="50" width="110" x="580" y="1420" as="geometry" />
        </mxCell>
        <mxCell id="QHgMQiRaE8kp91t9TFko-23" edge="1" parent="1" source="QHgMQiRaE8kp91t9TFko-19" style="edgeStyle=orthogonalEdgeStyle;curved=1;rounded=0;orthogonalLoop=1;jettySize=auto;html=1;exitX=1;exitY=0.5;exitDx=0;exitDy=0;entryX=0;entryY=0.5;entryDx=0;entryDy=0;" target="QHgMQiRaE8kp91t9TFko-21">
          <mxGeometry relative="1" as="geometry" />
        </mxCell>
        <mxCell id="QHgMQiRaE8kp91t9TFko-25" edge="1" parent="1" source="QHgMQiRaE8kp91t9TFko-19" style="edgeStyle=orthogonalEdgeStyle;curved=1;rounded=0;orthogonalLoop=1;jettySize=auto;html=1;exitX=1;exitY=0.5;exitDx=0;exitDy=0;entryX=0;entryY=0.5;entryDx=0;entryDy=0;" target="QHgMQiRaE8kp91t9TFko-24">
          <mxGeometry relative="1" as="geometry" />
        </mxCell>
        <mxCell id="QHgMQiRaE8kp91t9TFko-27" edge="1" parent="1" source="QHgMQiRaE8kp91t9TFko-19" style="edgeStyle=orthogonalEdgeStyle;curved=1;rounded=0;orthogonalLoop=1;jettySize=auto;html=1;exitX=1;exitY=0.5;exitDx=0;exitDy=0;entryX=0;entryY=0.5;entryDx=0;entryDy=0;" target="QHgMQiRaE8kp91t9TFko-26">
          <mxGeometry relative="1" as="geometry" />
        </mxCell>
        <mxCell id="QHgMQiRaE8kp91t9TFko-19" parent="1" style="rounded=1;whiteSpace=wrap;html=1;fillColor=#ffe6cc;strokeColor=#d79b00;" value="UART Receive" vertex="1">
          <mxGeometry height="40" width="80" x="140" y="2075" as="geometry" />
        </mxCell>
        <mxCell id="QHgMQiRaE8kp91t9TFko-41" edge="1" parent="1" source="QHgMQiRaE8kp91t9TFko-20" style="edgeStyle=orthogonalEdgeStyle;curved=1;rounded=0;orthogonalLoop=1;jettySize=auto;html=1;exitX=1;exitY=0.5;exitDx=0;exitDy=0;entryX=0;entryY=0.5;entryDx=0;entryDy=0;" target="QHgMQiRaE8kp91t9TFko-39">
          <mxGeometry relative="1" as="geometry" />
        </mxCell>
        <mxCell id="QHgMQiRaE8kp91t9TFko-43" edge="1" parent="1" source="QHgMQiRaE8kp91t9TFko-20" style="edgeStyle=orthogonalEdgeStyle;curved=1;rounded=0;orthogonalLoop=1;jettySize=auto;html=1;exitX=1;exitY=0.5;exitDx=0;exitDy=0;entryX=0;entryY=0.5;entryDx=0;entryDy=0;" target="QHgMQiRaE8kp91t9TFko-37">
          <mxGeometry relative="1" as="geometry" />
        </mxCell>
        <mxCell id="QHgMQiRaE8kp91t9TFko-48" edge="1" parent="1" source="QHgMQiRaE8kp91t9TFko-20" style="edgeStyle=orthogonalEdgeStyle;curved=1;rounded=0;orthogonalLoop=1;jettySize=auto;html=1;exitX=1;exitY=0.5;exitDx=0;exitDy=0;entryX=0;entryY=0.5;entryDx=0;entryDy=0;" target="QHgMQiRaE8kp91t9TFko-45">
          <mxGeometry relative="1" as="geometry" />
        </mxCell>
        <mxCell id="QHgMQiRaE8kp91t9TFko-20" parent="1" style="ellipse;whiteSpace=wrap;html=1;aspect=fixed;fillColor=#dae8fc;strokeColor=#6c8ebf;" value="Account" vertex="1">
          <mxGeometry height="60" width="60" x="380" y="2065" as="geometry" />
        </mxCell>
        <mxCell id="QHgMQiRaE8kp91t9TFko-68" edge="1" parent="1" source="QHgMQiRaE8kp91t9TFko-39" style="edgeStyle=orthogonalEdgeStyle;curved=1;rounded=0;orthogonalLoop=1;jettySize=auto;html=1;exitX=1;exitY=0.5;exitDx=0;exitDy=0;entryX=1;entryY=0.25;entryDx=0;entryDy=0;" target="QHgMQiRaE8kp91t9TFko-37">
          <mxGeometry relative="1" as="geometry">
            <Array as="points">
              <mxPoint x="660" y="1965" />
              <mxPoint x="660" y="2123" />
            </Array>
          </mxGeometry>
        </mxCell>
        <mxCell id="QHgMQiRaE8kp91t9TFko-39" parent="1" style="rounded=1;whiteSpace=wrap;html=1;fillColor=#f8cecc;strokeColor=#b85450;" value="Data Save/Get&lt;br&gt;&lt;font style=&quot;color: rgb(255, 0, 0);&quot;&gt;ManualPage&lt;br&gt;Sub&lt;/font&gt;" vertex="1">
          <mxGeometry height="50" width="90" x="510" y="1940" as="geometry" />
        </mxCell>
        <mxCell id="QHgMQiRaE8kp91t9TFko-40" parent="1" style="text;html=1;whiteSpace=wrap;strokeColor=none;fillColor=none;align=center;verticalAlign=middle;rounded=0;fontStyle=1;fontSize=10;" value="用于数据的保存和加载节点" vertex="1">
          <mxGeometry height="20" width="130" x="500" y="1910" as="geometry" />
        </mxCell>
        <mxCell id="QHgMQiRaE8kp91t9TFko-45" parent="1" style="rounded=1;whiteSpace=wrap;html=1;" value="Current Page" vertex="1">
          <mxGeometry height="40" width="95" x="510" y="2015" as="geometry" />
        </mxCell>
        <mxCell id="QHgMQiRaE8kp91t9TFko-47" connectable="0" parent="1" style="group" value="" vertex="1">
          <mxGeometry height="160" width="80" x="255" y="2015" as="geometry" />
        </mxCell>
        <mxCell id="QHgMQiRaE8kp91t9TFko-44" parent="QHgMQiRaE8kp91t9TFko-47" style="rounded=1;whiteSpace=wrap;html=1;fillColor=#ffe6cc;strokeColor=#d79b00;" value="" vertex="1">
          <mxGeometry height="160" width="80" as="geometry" />
        </mxCell>
        <mxCell id="QHgMQiRaE8kp91t9TFko-21" parent="QHgMQiRaE8kp91t9TFko-47" style="rounded=1;whiteSpace=wrap;html=1;" value="MainPage&lt;br&gt;Public" vertex="1">
          <mxGeometry height="30" width="70" x="5" y="10" as="geometry" />
        </mxCell>
        <mxCell id="QHgMQiRaE8kp91t9TFko-24" parent="QHgMQiRaE8kp91t9TFko-47" style="rounded=1;whiteSpace=wrap;html=1;" value="ManualPage&lt;br&gt;Public" vertex="1">
          <mxGeometry height="30" width="70" x="5" y="65" as="geometry" />
        </mxCell>
        <mxCell id="QHgMQiRaE8kp91t9TFko-26" parent="QHgMQiRaE8kp91t9TFko-47" style="rounded=1;whiteSpace=wrap;html=1;dashed=1;" value="...." vertex="1">
          <mxGeometry height="30" width="70" x="5" y="120" as="geometry" />
        </mxCell>
        <mxCell id="QHgMQiRaE8kp91t9TFko-58" edge="1" parent="1" source="QHgMQiRaE8kp91t9TFko-49" style="edgeStyle=orthogonalEdgeStyle;curved=1;rounded=0;orthogonalLoop=1;jettySize=auto;html=1;exitX=0;exitY=0.5;exitDx=0;exitDy=0;entryX=1;entryY=0.5;entryDx=0;entryDy=0;" target="QHgMQiRaE8kp91t9TFko-52">
          <mxGeometry relative="1" as="geometry" />
        </mxCell>
        <mxCell id="QHgMQiRaE8kp91t9TFko-49" parent="1" style="ellipse;whiteSpace=wrap;html=1;aspect=fixed;fillColor=#dae8fc;strokeColor=#6c8ebf;" value="Account" vertex="1">
          <mxGeometry height="60" width="60" x="380" y="2230" as="geometry" />
        </mxCell>
        <mxCell id="QHgMQiRaE8kp91t9TFko-50" parent="1" style="rounded=1;whiteSpace=wrap;html=1;fillColor=#d5e8d4;strokeColor=#82b366;" value="UART Send" vertex="1">
          <mxGeometry height="40" width="80" x="140" y="2250" as="geometry" />
        </mxCell>
        <mxCell id="QHgMQiRaE8kp91t9TFko-51" connectable="0" parent="1" style="group" value="" vertex="1">
          <mxGeometry height="160" width="80" x="250" y="2190" as="geometry" />
        </mxCell>
        <mxCell id="QHgMQiRaE8kp91t9TFko-52" parent="QHgMQiRaE8kp91t9TFko-51" style="rounded=1;whiteSpace=wrap;html=1;fillColor=#ffe6cc;strokeColor=#d79b00;" value="" vertex="1">
          <mxGeometry height="160" width="80" as="geometry" />
        </mxCell>
        <mxCell id="QHgMQiRaE8kp91t9TFko-54" parent="QHgMQiRaE8kp91t9TFko-51" style="rounded=1;whiteSpace=wrap;html=1;" value="ManualPage&lt;br&gt;Sub" vertex="1">
          <mxGeometry height="30" width="70" x="5" y="20" as="geometry" />
        </mxCell>
        <mxCell id="QHgMQiRaE8kp91t9TFko-55" parent="QHgMQiRaE8kp91t9TFko-51" style="rounded=1;whiteSpace=wrap;html=1;dashed=1;" value="...." vertex="1">
          <mxGeometry height="30" width="70" x="5" y="120" as="geometry" />
        </mxCell>
        <mxCell id="QHgMQiRaE8kp91t9TFko-56" connectable="0" parent="1" style="group" value="" vertex="1">
          <mxGeometry height="150" width="100" x="500" y="2070" as="geometry" />
        </mxCell>
        <mxCell id="QHgMQiRaE8kp91t9TFko-37" parent="QHgMQiRaE8kp91t9TFko-56" style="rounded=1;whiteSpace=wrap;html=1;fillColor=#dae8fc;strokeColor=#6c8ebf;" value="" vertex="1">
          <mxGeometry height="130" width="90" x="5" y="20" as="geometry" />
        </mxCell>
        <mxCell id="QHgMQiRaE8kp91t9TFko-31" parent="QHgMQiRaE8kp91t9TFko-56" style="rounded=1;whiteSpace=wrap;html=1;" value="ManualPage&lt;br&gt;Sub/Pub" vertex="1">
          <mxGeometry height="30" width="70" x="15" y="70" as="geometry" />
        </mxCell>
        <mxCell id="QHgMQiRaE8kp91t9TFko-33" parent="QHgMQiRaE8kp91t9TFko-56" style="rounded=1;whiteSpace=wrap;html=1;" value="MainPage&lt;br&gt;Sub/Pub" vertex="1">
          <mxGeometry height="30" width="70" x="15" y="30" as="geometry" />
        </mxCell>
        <mxCell id="QHgMQiRaE8kp91t9TFko-35" parent="QHgMQiRaE8kp91t9TFko-56" style="rounded=1;whiteSpace=wrap;html=1;dashed=1;" value="...." vertex="1">
          <mxGeometry height="30" width="70" x="15" y="110" as="geometry" />
        </mxCell>
        <mxCell id="QHgMQiRaE8kp91t9TFko-38" parent="QHgMQiRaE8kp91t9TFko-56" style="text;html=1;whiteSpace=wrap;strokeColor=none;fillColor=none;align=center;verticalAlign=middle;rounded=0;fontStyle=1;fontSize=10;" value="页面的订阅/发布的&lt;br&gt;处理" vertex="1">
          <mxGeometry height="20" width="100" as="geometry" />
        </mxCell>
        <mxCell id="QHgMQiRaE8kp91t9TFko-57" edge="1" parent="1" source="QHgMQiRaE8kp91t9TFko-37" style="edgeStyle=orthogonalEdgeStyle;curved=1;rounded=0;orthogonalLoop=1;jettySize=auto;html=1;exitX=0;exitY=0.5;exitDx=0;exitDy=0;entryX=1;entryY=0.5;entryDx=0;entryDy=0;" target="QHgMQiRaE8kp91t9TFko-49">
          <mxGeometry relative="1" as="geometry" />
        </mxCell>
        <mxCell id="QHgMQiRaE8kp91t9TFko-59" edge="1" parent="1" source="QHgMQiRaE8kp91t9TFko-52" style="edgeStyle=orthogonalEdgeStyle;curved=1;rounded=0;orthogonalLoop=1;jettySize=auto;html=1;exitX=0;exitY=0.5;exitDx=0;exitDy=0;entryX=1;entryY=0.5;entryDx=0;entryDy=0;" target="QHgMQiRaE8kp91t9TFko-50">
          <mxGeometry relative="1" as="geometry" />
        </mxCell>
        <mxCell id="QHgMQiRaE8kp91t9TFko-72" edge="1" parent="1" source="QHgMQiRaE8kp91t9TFko-66" style="edgeStyle=orthogonalEdgeStyle;curved=1;rounded=0;orthogonalLoop=1;jettySize=auto;html=1;exitX=0;exitY=0.5;exitDx=0;exitDy=0;entryX=1;entryY=0.5;entryDx=0;entryDy=0;" target="QHgMQiRaE8kp91t9TFko-37">
          <mxGeometry relative="1" as="geometry" />
        </mxCell>
        <mxCell id="QHgMQiRaE8kp91t9TFko-66" parent="1" style="rounded=1;whiteSpace=wrap;html=1;" value="Hal::Sensor&lt;br&gt;Get" vertex="1">
          <mxGeometry height="30" width="120" x="640" y="2130" as="geometry" />
        </mxCell>
        <mxCell id="QHgMQiRaE8kp91t9TFko-73" edge="1" parent="1" source="QHgMQiRaE8kp91t9TFko-67" style="edgeStyle=orthogonalEdgeStyle;curved=1;rounded=0;orthogonalLoop=1;jettySize=auto;html=1;exitX=0;exitY=0.5;exitDx=0;exitDy=0;entryX=1;entryY=0.75;entryDx=0;entryDy=0;" target="QHgMQiRaE8kp91t9TFko-37">
          <mxGeometry relative="1" as="geometry" />
        </mxCell>
        <mxCell id="QHgMQiRaE8kp91t9TFko-67" parent="1" style="rounded=1;whiteSpace=wrap;html=1;" value="APP::Pipeline Status&lt;br&gt;Get" vertex="1">
          <mxGeometry height="30" width="120" x="640" y="2190" as="geometry" />
        </mxCell>
        <mxCell id="2UAaex6_is9iRHGtf3RM-2" parent="1" style="text;html=1;whiteSpace=wrap;strokeColor=none;fillColor=none;align=center;verticalAlign=middle;rounded=0;fontSize=17;" value="咖啡机控制板的数据传递（第二阶段）" vertex="1">
          <mxGeometry height="30" width="300" x="10" y="1880" as="geometry" />
        </mxCell>
        <mxCell id="2UAaex6_is9iRHGtf3RM-9" edge="1" parent="1" source="2UAaex6_is9iRHGtf3RM-3" style="edgeStyle=orthogonalEdgeStyle;curved=1;rounded=0;orthogonalLoop=1;jettySize=auto;html=1;exitX=1;exitY=0.75;exitDx=0;exitDy=0;entryX=0;entryY=0.75;entryDx=0;entryDy=0;" target="2UAaex6_is9iRHGtf3RM-5">
          <mxGeometry relative="1" as="geometry" />
        </mxCell>
        <mxCell id="2UAaex6_is9iRHGtf3RM-10" connectable="0" parent="2UAaex6_is9iRHGtf3RM-9" style="edgeLabel;html=1;align=center;verticalAlign=middle;resizable=0;points=[];" value="完成时发送响应&lt;br&gt;MachineStatus_Publish" vertex="1">
          <mxGeometry relative="1" x="0.0235" y="1" as="geometry">
            <mxPoint as="offset" />
          </mxGeometry>
        </mxCell>
        <mxCell id="2UAaex6_is9iRHGtf3RM-3" parent="1" style="rounded=1;whiteSpace=wrap;html=1;" value="main_page" vertex="1">
          <mxGeometry height="60" width="70" x="100" y="2480" as="geometry" />
        </mxCell>
        <mxCell id="2UAaex6_is9iRHGtf3RM-4" parent="1" style="text;html=1;whiteSpace=wrap;strokeColor=none;fillColor=none;align=center;verticalAlign=middle;rounded=0;fontSize=16;fontStyle=1" value="咖啡机控制板" vertex="1">
          <mxGeometry height="30" width="100" x="100" y="2410" as="geometry" />
        </mxCell>
        <mxCell id="2UAaex6_is9iRHGtf3RM-7" edge="1" parent="1" source="2UAaex6_is9iRHGtf3RM-5" style="edgeStyle=orthogonalEdgeStyle;rounded=0;orthogonalLoop=1;jettySize=auto;html=1;exitX=0;exitY=0.25;exitDx=0;exitDy=0;entryX=1;entryY=0.25;entryDx=0;entryDy=0;curved=1;" target="2UAaex6_is9iRHGtf3RM-3">
          <mxGeometry relative="1" as="geometry" />
        </mxCell>
        <mxCell id="2UAaex6_is9iRHGtf3RM-8" connectable="0" parent="2UAaex6_is9iRHGtf3RM-7" style="edgeLabel;html=1;align=center;verticalAlign=middle;resizable=0;points=[];" value="按键触发" vertex="1">
          <mxGeometry relative="1" x="-0.0162" y="1" as="geometry">
            <mxPoint as="offset" />
          </mxGeometry>
        </mxCell>
        <mxCell id="2UAaex6_is9iRHGtf3RM-5" parent="1" style="rounded=1;whiteSpace=wrap;html=1;" value="main_page" vertex="1">
          <mxGeometry height="60" width="70" x="340" y="2480" as="geometry" />
        </mxCell>
        <mxCell id="2UAaex6_is9iRHGtf3RM-6" parent="1" style="text;html=1;whiteSpace=wrap;strokeColor=none;fillColor=none;align=center;verticalAlign=middle;rounded=0;fontSize=16;fontStyle=1" value="触摸板" vertex="1">
          <mxGeometry height="30" width="60" x="340" y="2410" as="geometry" />
        </mxCell>
        <mxCell id="2UAaex6_is9iRHGtf3RM-11" edge="1" parent="1" source="2UAaex6_is9iRHGtf3RM-13" style="edgeStyle=orthogonalEdgeStyle;curved=1;rounded=0;orthogonalLoop=1;jettySize=auto;html=1;exitX=1;exitY=0.75;exitDx=0;exitDy=0;entryX=0;entryY=0.75;entryDx=0;entryDy=0;" target="2UAaex6_is9iRHGtf3RM-16">
          <mxGeometry relative="1" as="geometry" />
        </mxCell>
        <mxCell id="2UAaex6_is9iRHGtf3RM-12" connectable="0" parent="2UAaex6_is9iRHGtf3RM-11" style="edgeLabel;html=1;align=center;verticalAlign=middle;resizable=0;points=[];" value="循环发送状态" vertex="1">
          <mxGeometry relative="1" x="0.0235" y="1" as="geometry">
            <mxPoint as="offset" />
          </mxGeometry>
        </mxCell>
        <mxCell id="2UAaex6_is9iRHGtf3RM-13" parent="1" style="rounded=1;whiteSpace=wrap;html=1;" value="ManualPage" vertex="1">
          <mxGeometry height="110" width="70" x="100" y="2590" as="geometry" />
        </mxCell>
        <mxCell id="2UAaex6_is9iRHGtf3RM-14" edge="1" parent="1" source="2UAaex6_is9iRHGtf3RM-16" style="edgeStyle=orthogonalEdgeStyle;rounded=0;orthogonalLoop=1;jettySize=auto;html=1;exitX=0;exitY=0.25;exitDx=0;exitDy=0;entryX=1;entryY=0.25;entryDx=0;entryDy=0;curved=1;" target="2UAaex6_is9iRHGtf3RM-13">
          <mxGeometry relative="1" as="geometry" />
        </mxCell>
        <mxCell id="2UAaex6_is9iRHGtf3RM-15" connectable="0" parent="2UAaex6_is9iRHGtf3RM-14" style="edgeLabel;html=1;align=center;verticalAlign=middle;resizable=0;points=[];" value="加载会发布RES/GET&lt;br&gt;告诉切换页面" vertex="1">
          <mxGeometry relative="1" x="-0.0162" y="1" as="geometry">
            <mxPoint as="offset" />
          </mxGeometry>
        </mxCell>
        <mxCell id="So0UA55S36cV1F2LpzZS-1" edge="1" parent="1" source="2UAaex6_is9iRHGtf3RM-16" style="edgeStyle=orthogonalEdgeStyle;rounded=0;orthogonalLoop=1;jettySize=auto;html=1;exitX=0;exitY=0.5;exitDx=0;exitDy=0;entryX=1;entryY=0.5;entryDx=0;entryDy=0;" target="2UAaex6_is9iRHGtf3RM-13">
          <mxGeometry relative="1" as="geometry" />
        </mxCell>
        <mxCell id="So0UA55S36cV1F2LpzZS-2" connectable="0" parent="So0UA55S36cV1F2LpzZS-1" style="edgeLabel;html=1;align=center;verticalAlign=middle;resizable=0;points=[];" value="下拉框/按键" vertex="1">
          <mxGeometry relative="1" x="-0.0353" as="geometry">
            <mxPoint as="offset" />
          </mxGeometry>
        </mxCell>
        <mxCell id="2UAaex6_is9iRHGtf3RM-16" parent="1" style="rounded=1;whiteSpace=wrap;html=1;" value="ManualPage" vertex="1">
          <mxGeometry height="110" width="70" x="340" y="2590" as="geometry" />
        </mxCell>
        <mxCell id="So0UA55S36cV1F2LpzZS-4" edge="1" parent="1" source="So0UA55S36cV1F2LpzZS-6" style="edgeStyle=orthogonalEdgeStyle;curved=1;rounded=0;orthogonalLoop=1;jettySize=auto;html=1;exitX=1;exitY=0.75;exitDx=0;exitDy=0;entryX=0;entryY=0.75;entryDx=0;entryDy=0;startArrow=classic;startFill=1;endArrow=none;endFill=0;" target="So0UA55S36cV1F2LpzZS-11">
          <mxGeometry relative="1" as="geometry" />
        </mxCell>
        <mxCell id="So0UA55S36cV1F2LpzZS-5" connectable="0" parent="So0UA55S36cV1F2LpzZS-4" style="edgeLabel;html=1;align=center;verticalAlign=middle;resizable=0;points=[];" value="保存数据" vertex="1">
          <mxGeometry relative="1" x="0.0235" y="1" as="geometry">
            <mxPoint as="offset" />
          </mxGeometry>
        </mxCell>
        <mxCell id="So0UA55S36cV1F2LpzZS-12" edge="1" parent="1" source="So0UA55S36cV1F2LpzZS-6" style="edgeStyle=orthogonalEdgeStyle;rounded=0;orthogonalLoop=1;jettySize=auto;html=1;exitX=1;exitY=0.5;exitDx=0;exitDy=0;entryX=0;entryY=0.5;entryDx=0;entryDy=0;" target="So0UA55S36cV1F2LpzZS-11">
          <mxGeometry relative="1" as="geometry" />
        </mxCell>
        <mxCell id="So0UA55S36cV1F2LpzZS-13" connectable="0" parent="So0UA55S36cV1F2LpzZS-12" style="edgeLabel;html=1;align=center;verticalAlign=middle;resizable=0;points=[];" value="返回数据&lt;br&gt;SUB_CMD_RES" vertex="1">
          <mxGeometry relative="1" x="-0.0639" as="geometry">
            <mxPoint as="offset" />
          </mxGeometry>
        </mxCell>
        <mxCell id="So0UA55S36cV1F2LpzZS-6" parent="1" style="rounded=1;whiteSpace=wrap;html=1;" value="CurerDesign" vertex="1">
          <mxGeometry height="140" width="70" x="100" y="2760" as="geometry" />
        </mxCell>
        <mxCell id="So0UA55S36cV1F2LpzZS-7" edge="1" parent="1" source="So0UA55S36cV1F2LpzZS-11" style="edgeStyle=orthogonalEdgeStyle;rounded=0;orthogonalLoop=1;jettySize=auto;html=1;exitX=0;exitY=0.25;exitDx=0;exitDy=0;entryX=1;entryY=0.25;entryDx=0;entryDy=0;curved=1;" target="So0UA55S36cV1F2LpzZS-6">
          <mxGeometry relative="1" as="geometry" />
        </mxCell>
        <mxCell id="So0UA55S36cV1F2LpzZS-8" connectable="0" parent="So0UA55S36cV1F2LpzZS-7" style="edgeLabel;html=1;align=center;verticalAlign=middle;resizable=0;points=[];" value="请求数据&lt;br&gt;SUB_CMD_GET" vertex="1">
          <mxGeometry relative="1" x="-0.0162" y="1" as="geometry">
            <mxPoint as="offset" />
          </mxGeometry>
        </mxCell>
        <mxCell id="So0UA55S36cV1F2LpzZS-11" parent="1" style="rounded=1;whiteSpace=wrap;html=1;" value="CurerDesign" vertex="1">
          <mxGeometry height="140" width="70" x="340" y="2760" as="geometry" />
        </mxCell>
        <mxCell id="So0UA55S36cV1F2LpzZS-16" edge="1" parent="1" source="So0UA55S36cV1F2LpzZS-20" style="edgeStyle=orthogonalEdgeStyle;curved=1;rounded=0;orthogonalLoop=1;jettySize=auto;html=1;exitX=1;exitY=0.75;exitDx=0;exitDy=0;entryX=0;entryY=0.75;entryDx=0;entryDy=0;startArrow=classic;startFill=1;endArrow=none;endFill=0;" target="So0UA55S36cV1F2LpzZS-23">
          <mxGeometry relative="1" as="geometry" />
        </mxCell>
        <mxCell id="So0UA55S36cV1F2LpzZS-17" connectable="0" parent="So0UA55S36cV1F2LpzZS-16" style="edgeLabel;html=1;align=center;verticalAlign=middle;resizable=0;points=[];" value="开关控制" vertex="1">
          <mxGeometry relative="1" x="0.0235" y="1" as="geometry">
            <mxPoint as="offset" />
          </mxGeometry>
        </mxCell>
        <mxCell id="So0UA55S36cV1F2LpzZS-18" edge="1" parent="1" source="So0UA55S36cV1F2LpzZS-20" style="edgeStyle=orthogonalEdgeStyle;rounded=0;orthogonalLoop=1;jettySize=auto;html=1;exitX=1;exitY=0.5;exitDx=0;exitDy=0;entryX=0;entryY=0.5;entryDx=0;entryDy=0;" target="So0UA55S36cV1F2LpzZS-23">
          <mxGeometry relative="1" as="geometry" />
        </mxCell>
        <mxCell id="So0UA55S36cV1F2LpzZS-19" connectable="0" parent="So0UA55S36cV1F2LpzZS-18" style="edgeLabel;html=1;align=center;verticalAlign=middle;resizable=0;points=[];" value="返回数据&lt;br&gt;SUB_CMD_RES" vertex="1">
          <mxGeometry relative="1" x="-0.0639" as="geometry">
            <mxPoint as="offset" />
          </mxGeometry>
        </mxCell>
        <mxCell id="So0UA55S36cV1F2LpzZS-20" parent="1" style="rounded=1;whiteSpace=wrap;html=1;" value="ExtTempCtl&lt;br&gt;&amp;amp;&lt;br&gt;SteamTempCtl" vertex="1">
          <mxGeometry height="180" width="90" x="100" y="2940" as="geometry" />
        </mxCell>
        <mxCell id="So0UA55S36cV1F2LpzZS-21" edge="1" parent="1" source="So0UA55S36cV1F2LpzZS-23" style="edgeStyle=orthogonalEdgeStyle;rounded=0;orthogonalLoop=1;jettySize=auto;html=1;exitX=0;exitY=0.25;exitDx=0;exitDy=0;entryX=1;entryY=0.25;entryDx=0;entryDy=0;curved=1;" target="So0UA55S36cV1F2LpzZS-20">
          <mxGeometry relative="1" as="geometry" />
        </mxCell>
        <mxCell id="So0UA55S36cV1F2LpzZS-22" connectable="0" parent="So0UA55S36cV1F2LpzZS-21" style="edgeLabel;html=1;align=center;verticalAlign=middle;resizable=0;points=[];" value="请求数据&lt;br&gt;SUB_CMD_GET" vertex="1">
          <mxGeometry relative="1" x="-0.0162" y="1" as="geometry">
            <mxPoint as="offset" />
          </mxGeometry>
        </mxCell>
        <mxCell id="So0UA55S36cV1F2LpzZS-23" parent="1" style="rounded=1;whiteSpace=wrap;html=1;" value="ExtTempCtl&lt;br&gt;&amp;amp;&lt;br&gt;SteamTempCtl" vertex="1">
          <mxGeometry height="180" width="90" x="340" y="2940" as="geometry" />
        </mxCell>
        <mxCell id="So0UA55S36cV1F2LpzZS-24" edge="1" parent="1" source="So0UA55S36cV1F2LpzZS-20" style="edgeStyle=orthogonalEdgeStyle;curved=1;rounded=0;orthogonalLoop=1;jettySize=auto;html=1;exitX=1.017;exitY=0.885;exitDx=0;exitDy=0;entryX=0;entryY=0.75;entryDx=0;entryDy=0;startArrow=classic;startFill=1;endArrow=none;endFill=0;exitPerimeter=0;">
          <mxGeometry relative="1" as="geometry">
            <mxPoint x="170" y="3100" as="sourcePoint" />
            <mxPoint x="340" y="3100" as="targetPoint" />
          </mxGeometry>
        </mxCell>
        <mxCell id="So0UA55S36cV1F2LpzZS-25" connectable="0" parent="So0UA55S36cV1F2LpzZS-24" style="edgeLabel;html=1;align=center;verticalAlign=middle;resizable=0;points=[];" value="保存数据" vertex="1">
          <mxGeometry relative="1" x="0.0235" y="1" as="geometry">
            <mxPoint as="offset" />
          </mxGeometry>
        </mxCell>
        <mxCell id="So0UA55S36cV1F2LpzZS-28" parent="1" style="rounded=1;whiteSpace=wrap;html=1;" value="Settings" vertex="1">
          <mxGeometry height="60" width="70" x="560" y="2440" as="geometry" />
        </mxCell>
        <mxCell id="So0UA55S36cV1F2LpzZS-30" edge="1" parent="1" source="So0UA55S36cV1F2LpzZS-29" style="edgeStyle=orthogonalEdgeStyle;rounded=0;orthogonalLoop=1;jettySize=auto;html=1;exitX=0;exitY=0.5;exitDx=0;exitDy=0;entryX=1;entryY=0.5;entryDx=0;entryDy=0;" target="So0UA55S36cV1F2LpzZS-28">
          <mxGeometry relative="1" as="geometry" />
        </mxCell>
        <mxCell id="So0UA55S36cV1F2LpzZS-31" connectable="0" parent="So0UA55S36cV1F2LpzZS-30" style="edgeLabel;html=1;align=center;verticalAlign=middle;resizable=0;points=[];" value="Reset" vertex="1">
          <mxGeometry relative="1" x="0.0595" as="geometry">
            <mxPoint as="offset" />
          </mxGeometry>
        </mxCell>
        <mxCell id="So0UA55S36cV1F2LpzZS-29" parent="1" style="rounded=1;whiteSpace=wrap;html=1;" value="Settings" vertex="1">
          <mxGeometry height="60" width="70" x="750" y="2440" as="geometry" />
        </mxCell>
        <mxCell id="So0UA55S36cV1F2LpzZS-36" edge="1" parent="1" source="So0UA55S36cV1F2LpzZS-32" style="edgeStyle=orthogonalEdgeStyle;rounded=0;orthogonalLoop=1;jettySize=auto;html=1;exitX=1;exitY=0.5;exitDx=0;exitDy=0;entryX=0;entryY=0.5;entryDx=0;entryDy=0;" target="So0UA55S36cV1F2LpzZS-33">
          <mxGeometry relative="1" as="geometry" />
        </mxCell>
        <mxCell id="So0UA55S36cV1F2LpzZS-37" connectable="0" parent="So0UA55S36cV1F2LpzZS-36" style="edgeLabel;html=1;align=center;verticalAlign=middle;resizable=0;points=[];fontSize=7;" value="反馈数据&lt;br&gt;SUB_CMD_RES" vertex="1">
          <mxGeometry relative="1" x="-0.1701" y="-1" as="geometry">
            <mxPoint x="10" y="-1" as="offset" />
          </mxGeometry>
        </mxCell>
        <mxCell id="So0UA55S36cV1F2LpzZS-42" edge="1" parent="1" source="So0UA55S36cV1F2LpzZS-32" style="edgeStyle=orthogonalEdgeStyle;rounded=0;orthogonalLoop=1;jettySize=auto;html=1;exitX=1;exitY=0.75;exitDx=0;exitDy=0;entryX=0;entryY=0.75;entryDx=0;entryDy=0;" target="So0UA55S36cV1F2LpzZS-33">
          <mxGeometry relative="1" as="geometry" />
        </mxCell>
        <mxCell id="So0UA55S36cV1F2LpzZS-43" connectable="0" parent="So0UA55S36cV1F2LpzZS-42" style="edgeLabel;html=1;align=center;verticalAlign=bottom;resizable=0;points=[];fontSize=6;" value="循环发送剩余次数" vertex="1">
          <mxGeometry relative="1" x="-0.0593" as="geometry">
            <mxPoint y="6" as="offset" />
          </mxGeometry>
        </mxCell>
        <mxCell id="So0UA55S36cV1F2LpzZS-32" parent="1" style="rounded=1;whiteSpace=wrap;html=1;" value="AutoClean" vertex="1">
          <mxGeometry height="150" width="70" x="560" y="2530" as="geometry" />
        </mxCell>
        <mxCell id="So0UA55S36cV1F2LpzZS-34" edge="1" parent="1" source="So0UA55S36cV1F2LpzZS-33" style="edgeStyle=orthogonalEdgeStyle;rounded=0;orthogonalLoop=1;jettySize=auto;html=1;exitX=0;exitY=0.25;exitDx=0;exitDy=0;entryX=1;entryY=0.25;entryDx=0;entryDy=0;" target="So0UA55S36cV1F2LpzZS-32">
          <mxGeometry relative="1" as="geometry" />
        </mxCell>
        <mxCell id="So0UA55S36cV1F2LpzZS-35" connectable="0" parent="So0UA55S36cV1F2LpzZS-34" style="edgeLabel;html=1;align=center;verticalAlign=middle;resizable=0;points=[];fontSize=7;" value="页面开始&lt;br&gt;SUB_CMD_GET" vertex="1">
          <mxGeometry relative="1" x="-0.0278" as="geometry">
            <mxPoint y="-17" as="offset" />
          </mxGeometry>
        </mxCell>
        <mxCell id="So0UA55S36cV1F2LpzZS-38" edge="1" parent="1" source="So0UA55S36cV1F2LpzZS-33" style="edgeStyle=orthogonalEdgeStyle;rounded=0;orthogonalLoop=1;jettySize=auto;html=1;exitX=0.014;exitY=0.366;exitDx=0;exitDy=0;entryX=1.035;entryY=0.369;entryDx=0;entryDy=0;exitPerimeter=0;entryPerimeter=0;" target="So0UA55S36cV1F2LpzZS-32">
          <mxGeometry relative="1" as="geometry" />
        </mxCell>
        <mxCell id="So0UA55S36cV1F2LpzZS-39" connectable="0" parent="So0UA55S36cV1F2LpzZS-38" style="edgeLabel;html=1;align=center;verticalAlign=middle;resizable=0;points=[];fontSize=7;" value="返回保存数据&lt;br&gt;SUB_CMD_SET" vertex="1">
          <mxGeometry relative="1" x="0.16" as="geometry">
            <mxPoint x="10" y="-7" as="offset" />
          </mxGeometry>
        </mxCell>
        <mxCell id="So0UA55S36cV1F2LpzZS-33" parent="1" style="rounded=1;whiteSpace=wrap;html=1;" value="AutoClean" vertex="1">
          <mxGeometry height="150" width="70" x="750" y="2530" as="geometry" />
        </mxCell>
        <mxCell id="So0UA55S36cV1F2LpzZS-40" edge="1" parent="1" style="edgeStyle=orthogonalEdgeStyle;rounded=0;orthogonalLoop=1;jettySize=auto;html=1;exitX=1;exitY=0.5;exitDx=0;exitDy=0;entryX=0;entryY=0.5;entryDx=0;entryDy=0;">
          <mxGeometry relative="1" as="geometry">
            <mxPoint x="630" y="2630" as="sourcePoint" />
            <mxPoint x="750" y="2630" as="targetPoint" />
          </mxGeometry>
        </mxCell>
        <mxCell id="So0UA55S36cV1F2LpzZS-41" connectable="0" parent="So0UA55S36cV1F2LpzZS-40" style="edgeLabel;html=1;align=center;verticalAlign=middle;resizable=0;points=[];fontSize=4;" value="开始/停止&lt;br&gt;SUB_CMD_AUTO_CLEAN_START/STOP" vertex="1">
          <mxGeometry relative="1" x="-0.1701" y="-1" as="geometry">
            <mxPoint x="10" y="-1" as="offset" />
          </mxGeometry>
        </mxCell>
        <mxCell id="So0UA55S36cV1F2LpzZS-50" edge="1" parent="1" source="So0UA55S36cV1F2LpzZS-44" style="edgeStyle=orthogonalEdgeStyle;rounded=0;orthogonalLoop=1;jettySize=auto;html=1;exitX=1;exitY=0.75;exitDx=0;exitDy=0;entryX=0;entryY=0.75;entryDx=0;entryDy=0;" target="So0UA55S36cV1F2LpzZS-47">
          <mxGeometry relative="1" as="geometry" />
        </mxCell>
        <mxCell id="So0UA55S36cV1F2LpzZS-51" connectable="0" parent="So0UA55S36cV1F2LpzZS-50" style="edgeLabel;html=1;align=center;verticalAlign=middle;resizable=0;points=[];" value="SET" vertex="1">
          <mxGeometry relative="1" x="-0.0389" as="geometry">
            <mxPoint as="offset" />
          </mxGeometry>
        </mxCell>
        <mxCell id="So0UA55S36cV1F2LpzZS-44" parent="1" style="rounded=1;whiteSpace=wrap;html=1;" value="AutoSleep" vertex="1">
          <mxGeometry height="60" width="70" x="560" y="2720" as="geometry" />
        </mxCell>
        <mxCell id="So0UA55S36cV1F2LpzZS-48" edge="1" parent="1" source="So0UA55S36cV1F2LpzZS-47" style="edgeStyle=orthogonalEdgeStyle;rounded=0;orthogonalLoop=1;jettySize=auto;html=1;exitX=0;exitY=0.25;exitDx=0;exitDy=0;entryX=1;entryY=0.25;entryDx=0;entryDy=0;" target="So0UA55S36cV1F2LpzZS-44">
          <mxGeometry relative="1" as="geometry" />
        </mxCell>
        <mxCell id="So0UA55S36cV1F2LpzZS-49" connectable="0" parent="So0UA55S36cV1F2LpzZS-48" style="edgeLabel;html=1;align=center;verticalAlign=middle;resizable=0;points=[];" value="GET" vertex="1">
          <mxGeometry relative="1" x="0.05" as="geometry">
            <mxPoint as="offset" />
          </mxGeometry>
        </mxCell>
        <mxCell id="So0UA55S36cV1F2LpzZS-47" parent="1" style="rounded=1;whiteSpace=wrap;html=1;" value="AutoSleep" vertex="1">
          <mxGeometry height="60" width="70" x="750" y="2720" as="geometry" />
        </mxCell>
        <mxCell id="So0UA55S36cV1F2LpzZS-52" parent="1" style="rounded=1;whiteSpace=wrap;html=1;" value="WifiLIst" vertex="1">
          <mxGeometry height="130" width="70" x="560" y="2820" as="geometry" />
        </mxCell>
        <mxCell id="So0UA55S36cV1F2LpzZS-53" parent="1" style="rounded=1;whiteSpace=wrap;html=1;" value="WifiLIst" vertex="1">
          <mxGeometry height="130" width="70" x="750" y="2820" as="geometry" />
        </mxCell>
        <mxCell id="So0UA55S36cV1F2LpzZS-54" edge="1" parent="1" style="edgeStyle=orthogonalEdgeStyle;rounded=0;orthogonalLoop=1;jettySize=auto;html=1;exitX=0;exitY=0.25;exitDx=0;exitDy=0;entryX=1;entryY=0.25;entryDx=0;entryDy=0;">
          <mxGeometry relative="1" as="geometry">
            <mxPoint x="750" y="2850" as="sourcePoint" />
            <mxPoint x="630" y="2850" as="targetPoint" />
          </mxGeometry>
        </mxCell>
        <mxCell id="So0UA55S36cV1F2LpzZS-55" connectable="0" parent="So0UA55S36cV1F2LpzZS-54" style="edgeLabel;html=1;align=center;verticalAlign=middle;resizable=0;points=[];" value="RES(通知)" vertex="1">
          <mxGeometry relative="1" x="0.05" as="geometry">
            <mxPoint as="offset" />
          </mxGeometry>
        </mxCell>
        <mxCell id="So0UA55S36cV1F2LpzZS-56" edge="1" parent="1" style="edgeStyle=orthogonalEdgeStyle;rounded=0;orthogonalLoop=1;jettySize=auto;html=1;exitX=0;exitY=0.25;exitDx=0;exitDy=0;entryX=1;entryY=0.25;entryDx=0;entryDy=0;">
          <mxGeometry relative="1" as="geometry">
            <Array as="points">
              <mxPoint x="700" y="2870" />
              <mxPoint x="700" y="2870" />
            </Array>
            <mxPoint x="750" y="2870" as="sourcePoint" />
            <mxPoint x="630" y="2870" as="targetPoint" />
          </mxGeometry>
        </mxCell>
        <mxCell id="So0UA55S36cV1F2LpzZS-57" connectable="0" parent="So0UA55S36cV1F2LpzZS-56" style="edgeLabel;html=1;align=center;verticalAlign=middle;resizable=0;points=[];fontSize=6;" value="SUB_CMD_SETTING_WIFI_SCAN" vertex="1">
          <mxGeometry relative="1" x="0.05" as="geometry">
            <mxPoint as="offset" />
          </mxGeometry>
        </mxCell>
        <mxCell id="So0UA55S36cV1F2LpzZS-58" edge="1" parent="1" style="edgeStyle=orthogonalEdgeStyle;rounded=0;orthogonalLoop=1;jettySize=auto;html=1;exitX=0;exitY=0.25;exitDx=0;exitDy=0;entryX=1;entryY=0.25;entryDx=0;entryDy=0;startArrow=classic;startFill=1;endArrow=none;endFill=0;">
          <mxGeometry relative="1" as="geometry">
            <mxPoint x="750" y="2890" as="sourcePoint" />
            <mxPoint x="630" y="2890" as="targetPoint" />
          </mxGeometry>
        </mxCell>
        <mxCell id="So0UA55S36cV1F2LpzZS-59" connectable="0" parent="So0UA55S36cV1F2LpzZS-58" style="edgeLabel;html=1;align=center;verticalAlign=middle;resizable=0;points=[];fontColor=#FF0000;" value="WIFI LIST" vertex="1">
          <mxGeometry relative="1" x="0.05" as="geometry">
            <mxPoint as="offset" />
          </mxGeometry>
        </mxCell>
        <mxCell id="So0UA55S36cV1F2LpzZS-60" edge="1" parent="1" style="edgeStyle=orthogonalEdgeStyle;rounded=0;orthogonalLoop=1;jettySize=auto;html=1;exitX=0;exitY=0.25;exitDx=0;exitDy=0;entryX=1;entryY=0.25;entryDx=0;entryDy=0;">
          <mxGeometry relative="1" as="geometry">
            <mxPoint x="750" y="2910" as="sourcePoint" />
            <mxPoint x="630" y="2910" as="targetPoint" />
          </mxGeometry>
        </mxCell>
        <mxCell id="So0UA55S36cV1F2LpzZS-61" connectable="0" parent="So0UA55S36cV1F2LpzZS-60" style="edgeLabel;html=1;align=center;verticalAlign=middle;resizable=0;points=[];" value="连接" vertex="1">
          <mxGeometry relative="1" x="0.05" as="geometry">
            <mxPoint as="offset" />
          </mxGeometry>
        </mxCell>
        <mxCell id="So0UA55S36cV1F2LpzZS-62" edge="1" parent="1" style="edgeStyle=orthogonalEdgeStyle;rounded=0;orthogonalLoop=1;jettySize=auto;html=1;exitX=0;exitY=0.25;exitDx=0;exitDy=0;entryX=1;entryY=0.25;entryDx=0;entryDy=0;startArrow=none;startFill=0;endArrow=classic;endFill=1;">
          <mxGeometry relative="1" as="geometry">
            <mxPoint x="750" y="2930" as="sourcePoint" />
            <mxPoint x="630" y="2930" as="targetPoint" />
          </mxGeometry>
        </mxCell>
        <mxCell id="So0UA55S36cV1F2LpzZS-63" connectable="0" parent="So0UA55S36cV1F2LpzZS-62" style="edgeLabel;html=1;align=center;verticalAlign=middle;resizable=0;points=[];fontColor=#000000;" value="断开" vertex="1">
          <mxGeometry relative="1" x="0.05" as="geometry">
            <mxPoint as="offset" />
          </mxGeometry>
        </mxCell>
        <mxCell id="So0UA55S36cV1F2LpzZS-64" parent="1" style="rounded=1;whiteSpace=wrap;html=1;" value="BLE" vertex="1">
          <mxGeometry height="150" width="70" x="560" y="2980" as="geometry" />
        </mxCell>
        <mxCell id="So0UA55S36cV1F2LpzZS-65" parent="1" style="rounded=1;whiteSpace=wrap;html=1;" value="BLE" vertex="1">
          <mxGeometry height="150" width="70" x="750" y="2980" as="geometry" />
        </mxCell>
        <mxCell id="So0UA55S36cV1F2LpzZS-66" edge="1" parent="1" style="edgeStyle=orthogonalEdgeStyle;rounded=0;orthogonalLoop=1;jettySize=auto;html=1;exitX=0;exitY=0.25;exitDx=0;exitDy=0;entryX=1;entryY=0.25;entryDx=0;entryDy=0;">
          <mxGeometry relative="1" as="geometry">
            <mxPoint x="750" y="3010" as="sourcePoint" />
            <mxPoint x="630" y="3010" as="targetPoint" />
          </mxGeometry>
        </mxCell>
        <mxCell id="So0UA55S36cV1F2LpzZS-67" connectable="0" parent="So0UA55S36cV1F2LpzZS-66" style="edgeLabel;html=1;align=center;verticalAlign=middle;resizable=0;points=[];" value="RES(通知)" vertex="1">
          <mxGeometry relative="1" x="0.05" as="geometry">
            <mxPoint as="offset" />
          </mxGeometry>
        </mxCell>
        <mxCell id="So0UA55S36cV1F2LpzZS-68" edge="1" parent="1" style="edgeStyle=orthogonalEdgeStyle;rounded=0;orthogonalLoop=1;jettySize=auto;html=1;exitX=0;exitY=0.25;exitDx=0;exitDy=0;entryX=1;entryY=0.25;entryDx=0;entryDy=0;">
          <mxGeometry relative="1" as="geometry">
            <Array as="points">
              <mxPoint x="700" y="3030" />
              <mxPoint x="700" y="3030" />
            </Array>
            <mxPoint x="750" y="3030" as="sourcePoint" />
            <mxPoint x="630" y="3030" as="targetPoint" />
          </mxGeometry>
        </mxCell>
        <mxCell id="So0UA55S36cV1F2LpzZS-69" connectable="0" parent="So0UA55S36cV1F2LpzZS-68" style="edgeLabel;html=1;align=center;verticalAlign=middle;resizable=0;points=[];fontSize=11;" value="扫描" vertex="1">
          <mxGeometry relative="1" x="0.05" as="geometry">
            <mxPoint as="offset" />
          </mxGeometry>
        </mxCell>
        <mxCell id="So0UA55S36cV1F2LpzZS-70" edge="1" parent="1" style="edgeStyle=orthogonalEdgeStyle;rounded=0;orthogonalLoop=1;jettySize=auto;html=1;exitX=0;exitY=0.25;exitDx=0;exitDy=0;entryX=1;entryY=0.25;entryDx=0;entryDy=0;startArrow=classic;startFill=1;endArrow=none;endFill=0;">
          <mxGeometry relative="1" as="geometry">
            <mxPoint x="750" y="3050" as="sourcePoint" />
            <mxPoint x="630" y="3050" as="targetPoint" />
          </mxGeometry>
        </mxCell>
        <mxCell id="So0UA55S36cV1F2LpzZS-71" connectable="0" parent="So0UA55S36cV1F2LpzZS-70" style="edgeLabel;html=1;align=center;verticalAlign=middle;resizable=0;points=[];fontColor=#FF0000;" value="WIFI LIST" vertex="1">
          <mxGeometry relative="1" x="0.05" as="geometry">
            <mxPoint as="offset" />
          </mxGeometry>
        </mxCell>
        <mxCell id="So0UA55S36cV1F2LpzZS-72" edge="1" parent="1" style="edgeStyle=orthogonalEdgeStyle;rounded=0;orthogonalLoop=1;jettySize=auto;html=1;exitX=0;exitY=0.25;exitDx=0;exitDy=0;entryX=1;entryY=0.25;entryDx=0;entryDy=0;">
          <mxGeometry relative="1" as="geometry">
            <mxPoint x="750" y="3070" as="sourcePoint" />
            <mxPoint x="630" y="3070" as="targetPoint" />
          </mxGeometry>
        </mxCell>
        <mxCell id="So0UA55S36cV1F2LpzZS-73" connectable="0" parent="So0UA55S36cV1F2LpzZS-72" style="edgeLabel;html=1;align=center;verticalAlign=middle;resizable=0;points=[];" value="连接" vertex="1">
          <mxGeometry relative="1" x="0.05" as="geometry">
            <mxPoint as="offset" />
          </mxGeometry>
        </mxCell>
        <mxCell id="So0UA55S36cV1F2LpzZS-74" edge="1" parent="1" style="edgeStyle=orthogonalEdgeStyle;rounded=0;orthogonalLoop=1;jettySize=auto;html=1;exitX=0;exitY=0.25;exitDx=0;exitDy=0;entryX=1;entryY=0.25;entryDx=0;entryDy=0;startArrow=none;startFill=0;endArrow=classic;endFill=1;">
          <mxGeometry relative="1" as="geometry">
            <mxPoint x="750" y="3090" as="sourcePoint" />
            <mxPoint x="630" y="3090" as="targetPoint" />
          </mxGeometry>
        </mxCell>
        <mxCell id="So0UA55S36cV1F2LpzZS-75" connectable="0" parent="So0UA55S36cV1F2LpzZS-74" style="edgeLabel;html=1;align=center;verticalAlign=middle;resizable=0;points=[];fontColor=#000000;" value="断开" vertex="1">
          <mxGeometry relative="1" x="0.05" as="geometry">
            <mxPoint as="offset" />
          </mxGeometry>
        </mxCell>
        <mxCell id="So0UA55S36cV1F2LpzZS-76" edge="1" parent="1" style="edgeStyle=orthogonalEdgeStyle;rounded=0;orthogonalLoop=1;jettySize=auto;html=1;exitX=0;exitY=0.25;exitDx=0;exitDy=0;entryX=1;entryY=0.25;entryDx=0;entryDy=0;startArrow=none;startFill=0;endArrow=classic;endFill=1;">
          <mxGeometry relative="1" as="geometry">
            <mxPoint x="750" y="3110" as="sourcePoint" />
            <mxPoint x="630" y="3110" as="targetPoint" />
          </mxGeometry>
        </mxCell>
        <mxCell id="So0UA55S36cV1F2LpzZS-77" connectable="0" parent="So0UA55S36cV1F2LpzZS-76" style="edgeLabel;html=1;align=center;verticalAlign=middle;resizable=0;points=[];fontColor=#000000;" value="校准" vertex="1">
          <mxGeometry relative="1" x="0.05" as="geometry">
            <mxPoint as="offset" />
          </mxGeometry>
        </mxCell>
        <mxCell id="So0UA55S36cV1F2LpzZS-80" parent="1" style="text;html=1;whiteSpace=wrap;strokeColor=none;fillColor=none;align=center;verticalAlign=middle;rounded=0;fontSize=16;fontStyle=1" value="咖啡机控制板" vertex="1">
          <mxGeometry height="30" width="100" x="550" y="2390" as="geometry" />
        </mxCell>
        <mxCell id="So0UA55S36cV1F2LpzZS-81" parent="1" style="text;html=1;whiteSpace=wrap;strokeColor=none;fillColor=none;align=center;verticalAlign=middle;rounded=0;fontSize=16;fontStyle=1" value="触摸板" vertex="1">
          <mxGeometry height="30" width="60" x="755" y="2390" as="geometry" />
        </mxCell>
        <mxCell id="NuW3Zga8PzYkLoYC-sN2-1" parent="1" style="text;html=1;whiteSpace=wrap;strokeColor=none;fillColor=none;align=center;verticalAlign=middle;rounded=0;fontSize=17;" value="蓝牙传递" vertex="1">
-           <mxGeometry height="30" width="300" x="940" y="1870" as="geometry" />
+           <mxGeometry height="30" width="80" x="1070" y="1820" as="geometry" />
        </mxCell>
        <mxCell id="NuW3Zga8PzYkLoYC-sN2-5" edge="1" parent="1" source="NuW3Zga8PzYkLoYC-sN2-2" style="edgeStyle=orthogonalEdgeStyle;rounded=0;orthogonalLoop=1;jettySize=auto;html=1;exitX=1;exitY=0.25;exitDx=0;exitDy=0;entryX=0;entryY=0.25;entryDx=0;entryDy=0;" target="NuW3Zga8PzYkLoYC-sN2-3">
          <mxGeometry relative="1" as="geometry" />
        </mxCell>
-         <mxCell id="NuW3Zga8PzYkLoYC-sN2-7" connectable="0" parent="NuW3Zga8PzYkLoYC-sN2-5" style="edgeLabel;html=1;align=center;verticalAlign=middle;resizable=0;points=[];" value="Scan" vertex="1">
+         <mxCell id="NuW3Zga8PzYkLoYC-sN2-7" connectable="0" parent="NuW3Zga8PzYkLoYC-sN2-5" style="edgeLabel;html=1;align=center;verticalAlign=middle;resizable=0;points=[];" value="Scan/连接/断开" vertex="1">
          <mxGeometry relative="1" x="-0.1231" as="geometry">
            <mxPoint as="offset" />
          </mxGeometry>
        </mxCell>
        <mxCell id="NuW3Zga8PzYkLoYC-sN2-6" edge="1" parent="1" source="NuW3Zga8PzYkLoYC-sN2-2" style="edgeStyle=orthogonalEdgeStyle;rounded=0;orthogonalLoop=1;jettySize=auto;html=1;exitX=1;exitY=0.75;exitDx=0;exitDy=0;entryX=0;entryY=0.75;entryDx=0;entryDy=0;" target="NuW3Zga8PzYkLoYC-sN2-3">
          <mxGeometry relative="1" as="geometry" />
        </mxCell>
        <mxCell id="NuW3Zga8PzYkLoYC-sN2-8" connectable="0" parent="NuW3Zga8PzYkLoYC-sN2-6" style="edgeLabel;html=1;align=center;verticalAlign=middle;resizable=0;points=[];" value="Send" vertex="1">
          <mxGeometry relative="1" x="-0.1354" y="2" as="geometry">
            <mxPoint as="offset" />
          </mxGeometry>
        </mxCell>
-         <mxCell id="NuW3Zga8PzYkLoYC-sN2-2" parent="1" style="rounded=1;whiteSpace=wrap;html=1;" value="BLECentralScale&lt;br&gt;蓝牙设备" vertex="1">
+         <mxCell id="NuW3Zga8PzYkLoYC-sN2-2" parent="1" style="rounded=1;whiteSpace=wrap;html=1;" value="BLECentralScale.cpp&lt;br&gt;蓝牙设备" vertex="1">
          <mxGeometry height="60" width="120" x="1070" y="1930" as="geometry" />
        </mxCell>
        <mxCell id="NuW3Zga8PzYkLoYC-sN2-10" edge="1" parent="1" source="NuW3Zga8PzYkLoYC-sN2-3" style="edgeStyle=orthogonalEdgeStyle;rounded=0;orthogonalLoop=1;jettySize=auto;html=1;" target="NuW3Zga8PzYkLoYC-sN2-9" value="">
          <mxGeometry relative="1" as="geometry" />
        </mxCell>
-         <mxCell id="NuW3Zga8PzYkLoYC-sN2-3" parent="1" style="rounded=1;whiteSpace=wrap;html=1;" value="&lt;b&gt;&lt;font style=&quot;color: rgb(255, 51, 51);&quot;&gt;Account::&lt;/font&gt;&lt;/b&gt;&lt;br&gt;ElecScaleCaliHandler" vertex="1">
+         <mxCell id="NuW3Zga8PzYkLoYC-sN2-3" parent="1" style="rounded=1;whiteSpace=wrap;html=1;" value="&lt;b&gt;&lt;font style=&quot;color: rgb(255, 51, 51);&quot;&gt;Account::&lt;/font&gt;&lt;/b&gt;&lt;br&gt;ElecScaleCaliHandler.cpp" vertex="1">
          <mxGeometry height="60" width="150" x="1320" y="1930" as="geometry" />
        </mxCell>
        <mxCell id="NuW3Zga8PzYkLoYC-sN2-9" parent="1" style="rounded=1;whiteSpace=wrap;html=1;" value="&lt;b&gt;&lt;font style=&quot;color: rgb(255, 51, 51);&quot;&gt;Account::&lt;/font&gt;&lt;/b&gt;&lt;br&gt;BLE_Scale" vertex="1">
          <mxGeometry height="60" width="150" x="1510" y="1930" as="geometry" />
+         </mxCell>
+         <mxCell id="NuW3Zga8PzYkLoYC-sN2-11" parent="1" style="text;html=1;whiteSpace=wrap;strokeColor=none;fillColor=none;align=center;verticalAlign=middle;rounded=0;" value="接收数据" vertex="1">
+           <mxGeometry height="30" width="60" x="1090" y="1900" as="geometry" />
+         </mxCell>
+         <mxCell id="NuW3Zga8PzYkLoYC-sN2-12" parent="1" style="text;html=1;whiteSpace=wrap;strokeColor=none;fillColor=none;align=center;verticalAlign=middle;rounded=0;" value="UART调用触发&amp;amp;发布pub" vertex="1">
+           <mxGeometry height="30" width="140" x="1330" y="1900" as="geometry" />
+         </mxCell>
+         <mxCell id="NuW3Zga8PzYkLoYC-sN2-13" parent="1" style="text;html=1;whiteSpace=wrap;strokeColor=none;fillColor=none;align=center;verticalAlign=middle;rounded=0;" value="将解析好的数据进行PUB" vertex="1">
+           <mxGeometry height="30" width="140" x="1510" y="1900" as="geometry" />
        </mxCell>
      </root>
    </mxGraphModel>
  </diagram>
</mxfile>
